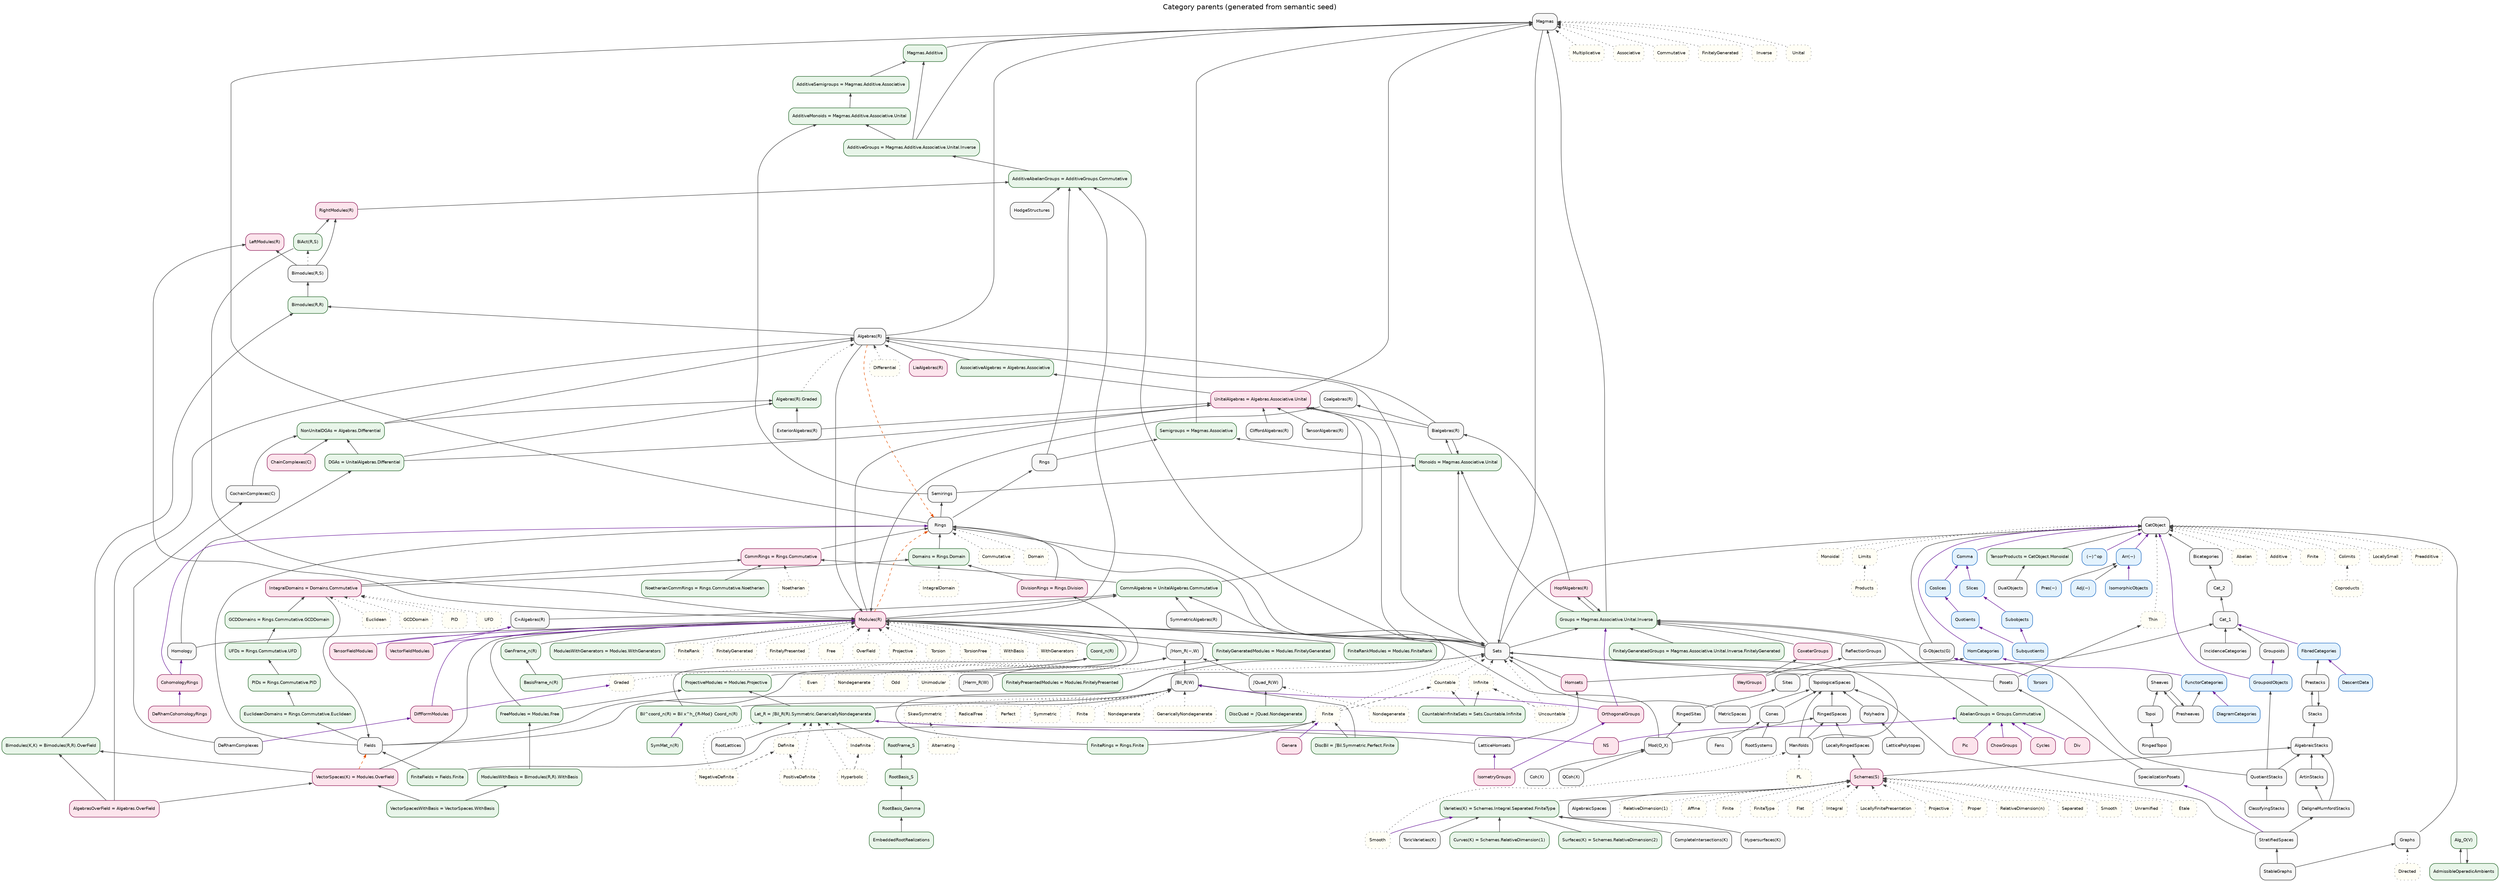
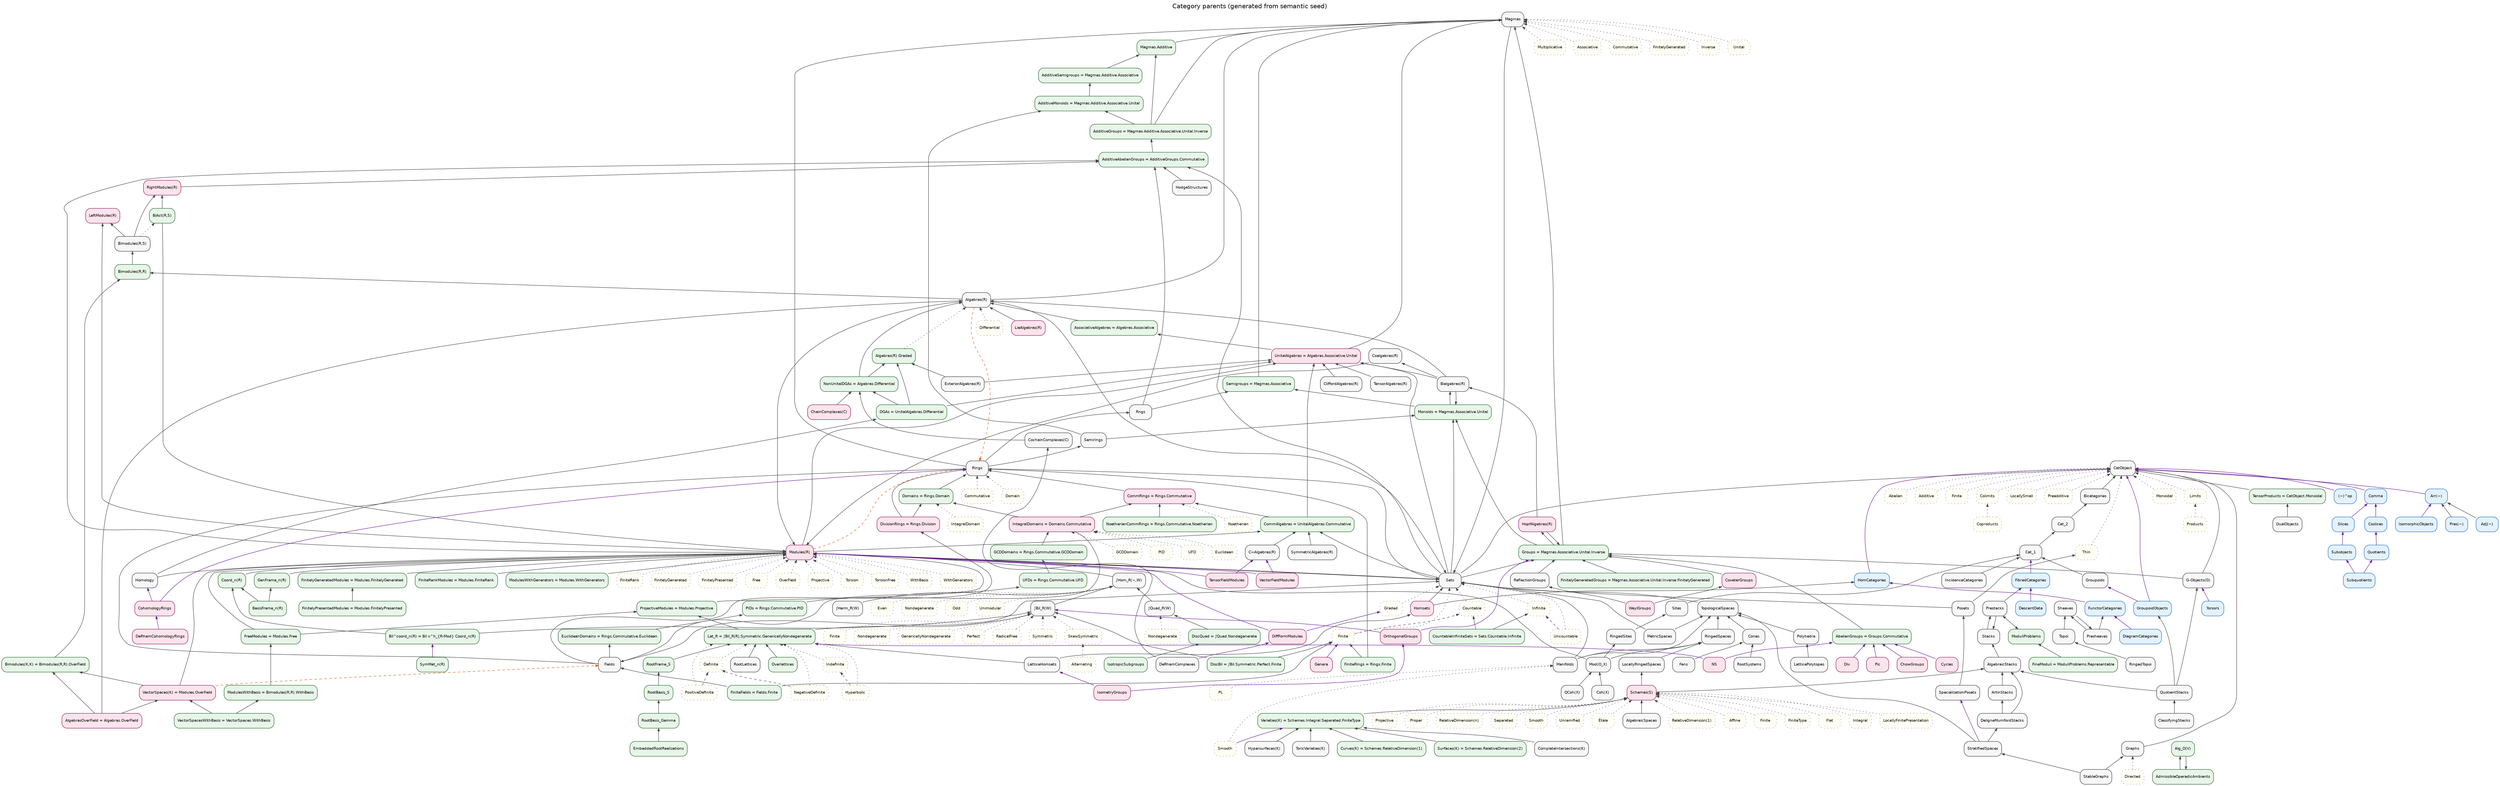
// GENERATED from semantic_seed/ — semantic presentation view.
// Authoritative: design/normalized_category_graph/semantic_seed/
// Factory/viz layout: category_parent_graph.dot (hand; see .hand.dot)

digraph CategoryParents {
  graph [
    rankdir=BT
    labelloc=t
    label="Category parents (generated from semantic seed)"
    fontsize=15
    fontname="Helvetica"
    nodesep=0.28
    ranksep=0.45
    splines=true
  ];
  node [
    shape=box
    style="rounded,filled"
    fontname="Helvetica"
    fontsize=9
    fillcolor="#f7f7f7"
    color="#333333"
  ];
  edge [color="#444444", arrowsize=0.65];

  // --- category_family ---
  AlgebraicSpaces [style="rounded,filled", fillcolor="#f7f7f7", color="#333333", id="cat.algebraicspaces", kind="category_family"];
  AlgebraicStacks [style="rounded,filled", fillcolor="#f7f7f7", color="#333333", id="cat.algebraicstacks", kind="category_family"];
  "Algebras(R)" [style="rounded,filled", fillcolor="#f7f7f7", color="#333333", id="cat.algebras_r", kind="category_family"];
  ArtinStacks [style="rounded,filled", fillcolor="#f7f7f7", color="#333333", id="cat.artinstacks", kind="category_family"];
  "Bialgebras(R)" [style="rounded,filled", fillcolor="#f7f7f7", color="#333333", id="cat.bialgebras_r", kind="category_family"];
  Bicategories [style="rounded,filled", fillcolor="#f7f7f7", color="#333333", id="cat.bicategories", kind="category_family"];
  "Bimodules(R,S)" [style="rounded,filled", fillcolor="#f7f7f7", color="#333333", id="cat.bimodules_r_s", kind="category_family"];
  CatObject [style="rounded,filled", fillcolor="#f7f7f7", color="#333333", id="cat.cat_object", kind="category_family"];
  Cat_1 [style="rounded,filled", fillcolor="#f7f7f7", color="#333333", id="cat.cat_1", kind="category_family"];
  Cat_2 [style="rounded,filled", fillcolor="#f7f7f7", color="#333333", id="cat.cat_2", kind="category_family"];
  "ChainComplexes(C)" [style="rounded,filled", fillcolor="#f7f7f7", color="#333333", id="cat.chaincomplexes", kind="category_family"];
  ClassifyingStacks [style="rounded,filled", fillcolor="#f7f7f7", color="#333333", id="cat.classifyingstacks", kind="category_family"];
  "CliffordAlgebras(R)" [style="rounded,filled", fillcolor="#f7f7f7", color="#333333", id="cat.cliffordalgebras", kind="category_family"];
  "Coalgebras(R)" [style="rounded,filled", fillcolor="#f7f7f7", color="#333333", id="cat.coalgebras_r", kind="category_family"];
  "CochainComplexes(C)" [style="rounded,filled", fillcolor="#f7f7f7", color="#333333", id="cat.cochaincomplexes", kind="category_family"];
  "Coh(X)" [style="rounded,filled", fillcolor="#f7f7f7", color="#333333", id="cat.coh", kind="category_family"];
  "CompleteIntersections(K)" [style="rounded,filled", fillcolor="#f7f7f7", color="#333333", id="cat.completeintersections", kind="category_family"];
  Cones [style="rounded,filled", fillcolor="#f7f7f7", color="#333333", id="cat.cones", kind="category_family"];
  CoxeterGroups [style="rounded,filled", fillcolor="#f7f7f7", color="#333333", id="cat.coxeter_groups", kind="category_family"];
  "C∞Algebras(R)" [style="rounded,filled", fillcolor="#f7f7f7", color="#333333", id="cat.cinftyalgebras", kind="category_family"];
  DeRhamComplexes [style="rounded,filled", fillcolor="#f7f7f7", color="#333333", id="cat.derhamcomplexes", kind="category_family"];
  DeligneMumfordStacks [style="rounded,filled", fillcolor="#f7f7f7", color="#333333", id="cat.delignemumfordstacks", kind="category_family"];
  DualObjects [style="rounded,filled", fillcolor="#f7f7f7", color="#333333", id="cat.dualobjects", kind="category_family"];
  "ExteriorAlgebras(R)" [style="rounded,filled", fillcolor="#f7f7f7", color="#333333", id="cat.exterioralgebras", kind="category_family"];
  Fans [style="rounded,filled", fillcolor="#f7f7f7", color="#333333", id="cat.fans", kind="category_family"];
  Fields [style="rounded,filled", fillcolor="#f7f7f7", color="#333333", id="cat.fields", kind="category_family"];
  "G-Objects(G)" [style="rounded,filled", fillcolor="#f7f7f7", color="#333333", id="cat.g_objects", kind="category_family"];
  Graphs [style="rounded,filled", fillcolor="#f7f7f7", color="#333333", id="cat.graphs", kind="category_family"];
  Groupoids [style="rounded,filled", fillcolor="#f7f7f7", color="#333333", id="cat.groupoids", kind="category_family"];
  HodgeStructures [style="rounded,filled", fillcolor="#f7f7f7", color="#333333", id="cat.hodgestructures", kind="category_family"];
  Homology [style="rounded,filled", fillcolor="#f7f7f7", color="#333333", id="cat.homology", kind="category_family"];
  Homsets [style="rounded,filled", fillcolor="#f7f7f7", color="#333333", id="cat.homsets", kind="category_family"];
  "HopfAlgebras(R)" [style="rounded,filled", fillcolor="#f7f7f7", color="#333333", id="cat.hopf_algebras_r", kind="category_family"];
  "Hypersurfaces(K)" [style="rounded,filled", fillcolor="#f7f7f7", color="#333333", id="cat.hypersurfaces", kind="category_family"];
  IncidenceCategories [style="rounded,filled", fillcolor="#f7f7f7", color="#333333", id="cat.incidencecategories", kind="category_family"];
  LatticeHomsets [style="rounded,filled", fillcolor="#f7f7f7", color="#333333", id="cat.latticehomsets", kind="category_family"];
  LatticePolytopes [style="rounded,filled", fillcolor="#f7f7f7", color="#333333", id="cat.latticepolytopes", kind="category_family"];
  "LieAlgebras(R)" [style="rounded,filled", fillcolor="#f7f7f7", color="#333333", id="cat.lie_algebras_r", kind="category_family"];
  LocallyRingedSpaces [style="rounded,filled", fillcolor="#f7f7f7", color="#333333", id="cat.locallyringedspaces", kind="category_family"];
  Magmas [style="rounded,filled", fillcolor="#f7f7f7", color="#333333", id="cat.magmas", kind="category_family"];
  Manifolds [style="rounded,filled", fillcolor="#f7f7f7", color="#333333", id="cat.manifolds", kind="category_family"];
  MetricSpaces [style="rounded,filled", fillcolor="#f7f7f7", color="#333333", id="cat.metricspaces", kind="category_family"];
  "Mod(O_X)" [style="rounded,filled", fillcolor="#f7f7f7", color="#333333", id="cat.mod", kind="category_family"];
  "Modules(R)" [style="rounded,filled", fillcolor="#f7f7f7", color="#333333", id="cat.modules_r", kind="category_family"];
  Polyhedra [style="rounded,filled", fillcolor="#f7f7f7", color="#333333", id="cat.polyhedra", kind="category_family"];
  Posets [style="rounded,filled", fillcolor="#f7f7f7", color="#333333", id="cat.posets", kind="category_family"];
  Presheaves [style="rounded,filled", fillcolor="#f7f7f7", color="#333333", id="cat.presheaves", kind="category_family"];
  Prestacks [style="rounded,filled", fillcolor="#f7f7f7", color="#333333", id="cat.prestacks", kind="category_family"];
  "QCoh(X)" [style="rounded,filled", fillcolor="#f7f7f7", color="#333333", id="cat.qcoh", kind="category_family"];
  QuotientStacks [style="rounded,filled", fillcolor="#f7f7f7", color="#333333", id="cat.quotientstacks", kind="category_family"];
  ReflectionGroups [style="rounded,filled", fillcolor="#f7f7f7", color="#333333", id="cat.reflectiongroups", kind="category_family"];
  RingedSites [style="rounded,filled", fillcolor="#f7f7f7", color="#333333", id="cat.ringedsites", kind="category_family"];
  RingedSpaces [style="rounded,filled", fillcolor="#f7f7f7", color="#333333", id="cat.ringedspaces", kind="category_family"];
  RingedTopoi [style="rounded,filled", fillcolor="#f7f7f7", color="#333333", id="cat.ringedtopoi", kind="category_family"];
  Rings [style="rounded,filled", fillcolor="#f7f7f7", color="#333333", id="cat.rings", kind="category_family"];
  Rngs [style="rounded,filled", fillcolor="#f7f7f7", color="#333333", id="cat.rngs", kind="category_family"];
  RootLattices [style="rounded,filled", fillcolor="#f7f7f7", color="#333333", id="cat.rootlattices", kind="category_family"];
  RootSystems [style="rounded,filled", fillcolor="#f7f7f7", color="#333333", id="cat.rootsystems", kind="category_family"];
  "Schemes(S)" [style="rounded,filled", fillcolor="#f7f7f7", color="#333333", id="cat.schemes_s", kind="category_family"];
  Semirings [style="rounded,filled", fillcolor="#f7f7f7", color="#333333", id="cat.semirings", kind="category_family"];
  Sets [style="rounded,filled", fillcolor="#f7f7f7", color="#333333", id="cat.sets", kind="category_family"];
  Sheaves [style="rounded,filled", fillcolor="#f7f7f7", color="#333333", id="cat.sheaves", kind="category_family"];
  Sites [style="rounded,filled", fillcolor="#f7f7f7", color="#333333", id="cat.sites", kind="category_family"];
  SpecializationPosets [style="rounded,filled", fillcolor="#f7f7f7", color="#333333", id="cat.specializationposets", kind="category_family"];
  StableGraphs [style="rounded,filled", fillcolor="#f7f7f7", color="#333333", id="cat.stablegraphs", kind="category_family"];
  Stacks [style="rounded,filled", fillcolor="#f7f7f7", color="#333333", id="cat.stacks", kind="category_family"];
  StratifiedSpaces [style="rounded,filled", fillcolor="#f7f7f7", color="#333333", id="cat.stratifiedspaces", kind="category_family"];
  "SymmetricAlgebras(R)" [style="rounded,filled", fillcolor="#f7f7f7", color="#333333", id="cat.symmetricalgebras", kind="category_family"];
  "TensorAlgebras(R)" [style="rounded,filled", fillcolor="#f7f7f7", color="#333333", id="cat.tensoralgebras", kind="category_family"];
  Topoi [style="rounded,filled", fillcolor="#f7f7f7", color="#333333", id="cat.topoi", kind="category_family"];
  TopologicalSpaces [style="rounded,filled", fillcolor="#f7f7f7", color="#333333", id="cat.topologicalspaces", kind="category_family"];
  "ToricVarieties(K)" [style="rounded,filled", fillcolor="#f7f7f7", color="#333333", id="cat.toricvarieties", kind="category_family"];
  WeylGroups [style="rounded,filled", fillcolor="#f7f7f7", color="#333333", id="cat.weyl_groups", kind="category_family"];
  "∫Bil_R(W)" [style="rounded,filled", fillcolor="#f7f7f7", color="#333333", id="cat.int_bil_r", kind="category_family"];
  "∫Herm_R(W)" [style="rounded,filled", fillcolor="#f7f7f7", color="#333333", id="cat.int_herm_r", kind="category_family"];
  "∫Hom_R(−,W)" [style="rounded,filled", fillcolor="#f7f7f7", color="#333333", id="cat.int_hom_r", kind="category_family"];
  "∫Quad_R(W)" [style="rounded,filled", fillcolor="#f7f7f7", color="#333333", id="cat.int_quad_r", kind="category_family"];

  // --- derived_category ---
  "AbelianGroups = Groups.Commutative" [style="rounded,filled", fillcolor="#e8f5e9", color="#1b5e20", id="cat.abelian_groups", kind="derived_category"];
  "AdditiveAbelianGroups = AdditiveGroups.Commutative" [style="rounded,filled", fillcolor="#e8f5e9", color="#1b5e20", id="cat.additive_abelian_groups", kind="derived_category"];
  "AdditiveGroups = Magmas.Additive.Associative.Unital.Inverse" [style="rounded,filled", fillcolor="#e8f5e9", color="#1b5e20", id="cat.additive_groups", kind="derived_category"];
  "AdditiveMonoids = Magmas.Additive.Associative.Unital" [style="rounded,filled", fillcolor="#e8f5e9", color="#1b5e20", id="cat.additive_monoids", kind="derived_category"];
  "AdditiveSemigroups = Magmas.Additive.Associative" [style="rounded,filled", fillcolor="#e8f5e9", color="#1b5e20", id="cat.additive_semigroups", kind="derived_category"];
  AdmissibleOperadicAmbients [style="rounded,filled", fillcolor="#e8f5e9", color="#1b5e20", id="cat.admissible_operadic_ambient", kind="derived_category"];
  "Alg_O(V)" [style="rounded,filled", fillcolor="#e8f5e9", color="#1b5e20", id="cat.alg_o_v", kind="derived_category"];
  "Algebras(R).Graded" [style="rounded,filled", fillcolor="#e8f5e9", color="#1b5e20", id="cat.algebras_r.graded", kind="derived_category"];
  "AlgebrasOverField = Algebras.OverField" [style="rounded,filled", fillcolor="#e8f5e9", color="#1b5e20", id="cat.algebras_over_field", kind="derived_category"];
  "AssociativeAlgebras = Algebras.Associative" [style="rounded,filled", fillcolor="#e8f5e9", color="#1b5e20", id="cat.associativealgebras", kind="derived_category"];
  "BasisFrame_n(R)" [style="rounded,filled", fillcolor="#e8f5e9", color="#1b5e20", id="cat.basisframe_n_r", kind="derived_category"];
  "BiAct(R,S)" [style="rounded,filled", fillcolor="#e8f5e9", color="#1b5e20", id="cat.biact_r_s", kind="derived_category"];
  "Bil^coord_n(R) = Bil x^h_{R-Mod} Coord_n(R)" [style="rounded,filled", fillcolor="#e8f5e9", color="#1b5e20", id="cat.bil_coord_n_r", kind="derived_category"];
  "Bimodules(K,K) = Bimodules(R,R).OverField" [style="rounded,filled", fillcolor="#e8f5e9", color="#1b5e20", id="cat.bimodules_k_k", kind="derived_category"];
  "Bimodules(R,R)" [style="rounded,filled", fillcolor="#e8f5e9", color="#1b5e20", id="cat.bimodules_r_r", kind="derived_category"];
  "CommAlgebras = UnitalAlgebras.Commutative" [style="rounded,filled", fillcolor="#e8f5e9", color="#1b5e20", id="cat.commutative_algebras", kind="derived_category"];
  "CommRings = Rings.Commutative" [style="rounded,filled", fillcolor="#e8f5e9", color="#1b5e20", id="cat.commutative_rings", kind="derived_category"];
  "Coord_n(R)" [style="rounded,filled", fillcolor="#e8f5e9", color="#1b5e20", id="cat.coord_n_r", kind="derived_category"];
  "CountableInfiniteSets = Sets.Countable.Infinite" [style="rounded,filled", fillcolor="#e8f5e9", color="#1b5e20", id="cat.countableinfinitesets", kind="derived_category"];
  "Curves(K) = Schemes.RelativeDimension(1)" [style="rounded,filled", fillcolor="#e8f5e9", color="#1b5e20", id="cat.curves", kind="derived_category"];
  "DGAs = UnitalAlgebras.Differential" [style="rounded,filled", fillcolor="#e8f5e9", color="#1b5e20", id="cat.dgas", kind="derived_category"];
  "DiscBil = ∫Bil.Symmetric.Perfect.Finite" [style="rounded,filled", fillcolor="#e8f5e9", color="#1b5e20", id="cat.discbil", kind="derived_category"];
  "DiscQuad = ∫Quad.Nondegenerate" [style="rounded,filled", fillcolor="#e8f5e9", color="#1b5e20", id="cat.discquad", kind="derived_category"];
  "DivisionRings = Rings.Division" [style="rounded,filled", fillcolor="#e8f5e9", color="#1b5e20", id="cat.division_rings", kind="derived_category"];
  "Domains = Rings.Domain" [style="rounded,filled", fillcolor="#e8f5e9", color="#1b5e20", id="cat.domains", kind="derived_category"];
  EmbeddedRootRealizations [style="rounded,filled", fillcolor="#e8f5e9", color="#1b5e20", id="cat.embeddedrootrealization", kind="derived_category"];
  "EuclideanDomains = Rings.Commutative.Euclidean" [style="rounded,filled", fillcolor="#e8f5e9", color="#1b5e20", id="cat.euclidean_domains", kind="derived_category"];
+   "FineModuli = ModuliProblems.Representable" [style="rounded,filled", fillcolor="#e8f5e9", color="#1b5e20", id="cat.fine_moduli", kind="derived_category"];
  "FiniteFields = Fields.Finite" [style="rounded,filled", fillcolor="#e8f5e9", color="#1b5e20", id="cat.finite_fields", kind="derived_category"];
  "FiniteRankModules = Modules.FiniteRank" [style="rounded,filled", fillcolor="#e8f5e9", color="#1b5e20", id="cat.finiterankmodules", kind="derived_category"];
  "FiniteRings = Rings.Finite" [style="rounded,filled", fillcolor="#e8f5e9", color="#1b5e20", id="cat.finite_rings", kind="derived_category"];
  "FinitelyGeneratedGroups = Magmas.Associative.Unital.Inverse.FinitelyGenerated" [style="rounded,filled", fillcolor="#e8f5e9", color="#1b5e20", id="cat.finitelygeneratedgroups", kind="derived_category"];
  "FinitelyGeneratedModules = Modules.FinitelyGenerated" [style="rounded,filled", fillcolor="#e8f5e9", color="#1b5e20", id="cat.finitelygeneratedmodules", kind="derived_category"];
  "FinitelyPresentedModules = Modules.FinitelyPresented" [style="rounded,filled", fillcolor="#e8f5e9", color="#1b5e20", id="cat.finitelypresentedmodules", kind="derived_category"];
  "FreeModules = Modules.Free" [style="rounded,filled", fillcolor="#e8f5e9", color="#1b5e20", id="cat.freemodules", kind="derived_category"];
  "GCDDomains = Rings.Commutative.GCDDomain" [style="rounded,filled", fillcolor="#e8f5e9", color="#1b5e20", id="cat.gcd_domains", kind="derived_category"];
  "GenFrame_n(R)" [style="rounded,filled", fillcolor="#e8f5e9", color="#1b5e20", id="cat.genframe_n_r", kind="derived_category"];
  "Groups = Magmas.Associative.Unital.Inverse" [style="rounded,filled", fillcolor="#e8f5e9", color="#1b5e20", id="cat.groups", kind="derived_category"];
  "IntegralDomains = Domains.Commutative" [style="rounded,filled", fillcolor="#e8f5e9", color="#1b5e20", id="cat.integral_domains", kind="derived_category"];
+   IsotropicSubgroups [style="rounded,filled", fillcolor="#e8f5e9", color="#1b5e20", id="cat.isotropic_subgroups", kind="derived_category"];
  "Lat_R = ∫Bil_R(R).Symmetric.GenericallyNondegenerate" [style="rounded,filled", fillcolor="#e8f5e9", color="#1b5e20", id="cat.lat_r", kind="derived_category"];
  "Magmas.Additive" [style="rounded,filled", fillcolor="#e8f5e9", color="#1b5e20", id="cat.additive_magmas", kind="derived_category"];
  "ModulesWithBasis = Bimodules(R,R).WithBasis" [style="rounded,filled", fillcolor="#e8f5e9", color="#1b5e20", id="cat.modules_with_basis", kind="derived_category"];
  "ModulesWithGenerators = Modules.WithGenerators" [style="rounded,filled", fillcolor="#e8f5e9", color="#1b5e20", id="cat.moduleswithgenerators", kind="derived_category"];
+   ModuliProblems [style="rounded,filled", fillcolor="#e8f5e9", color="#1b5e20", id="cat.moduli_problems", kind="derived_category"];
  "Monoids = Magmas.Associative.Unital" [style="rounded,filled", fillcolor="#e8f5e9", color="#1b5e20", id="cat.monoids", kind="derived_category"];
  "NoetherianCommRings = Rings.Commutative.Noetherian" [style="rounded,filled", fillcolor="#e8f5e9", color="#1b5e20", id="cat.noetheriancommrings", kind="derived_category"];
  "NonUnitalDGAs = Algebras.Differential" [style="rounded,filled", fillcolor="#e8f5e9", color="#1b5e20", id="cat.nonunitaldgas", kind="derived_category"];
+   Overlattices [style="rounded,filled", fillcolor="#e8f5e9", color="#1b5e20", id="cat.overlattices_l", kind="derived_category"];
  "PIDs = Rings.Commutative.PID" [style="rounded,filled", fillcolor="#e8f5e9", color="#1b5e20", id="cat.pids", kind="derived_category"];
  "ProjectiveModules = Modules.Projective" [style="rounded,filled", fillcolor="#e8f5e9", color="#1b5e20", id="cat.projectivemodules", kind="derived_category"];
  "RightModules(R)" [style="rounded,filled", fillcolor="#e8f5e9", color="#1b5e20", id="cat.right_modules_r", kind="derived_category"];
  RootBasis_Gamma [style="rounded,filled", fillcolor="#e8f5e9", color="#1b5e20", id="cat.rootbasis_gamma", kind="derived_category"];
  RootBasis_S [style="rounded,filled", fillcolor="#e8f5e9", color="#1b5e20", id="cat.rootbasis_s", kind="derived_category"];
  RootFrame_S [style="rounded,filled", fillcolor="#e8f5e9", color="#1b5e20", id="cat.rootframe_s", kind="derived_category"];
  "Semigroups = Magmas.Associative" [style="rounded,filled", fillcolor="#e8f5e9", color="#1b5e20", id="cat.semigroups", kind="derived_category"];
  "Surfaces(K) = Schemes.RelativeDimension(2)" [style="rounded,filled", fillcolor="#e8f5e9", color="#1b5e20", id="cat.surfaces", kind="derived_category"];
  "SymMat_n(R)" [style="rounded,filled", fillcolor="#e8f5e9", color="#1b5e20", id="cat.symmat_n_r", kind="derived_category"];
  "TensorProducts = CatObject.Monoidal" [style="rounded,filled", fillcolor="#e8f5e9", color="#1b5e20", id="cat.tensorproducts", kind="derived_category"];
  "UFDs = Rings.Commutative.UFD" [style="rounded,filled", fillcolor="#e8f5e9", color="#1b5e20", id="cat.ufds", kind="derived_category"];
  "UnitalAlgebras = Algebras.Associative.Unital" [style="rounded,filled", fillcolor="#e8f5e9", color="#1b5e20", id="cat.unital_algebras", kind="derived_category"];
  "Varieties(K) = Schemes.Integral.Separated.FiniteType" [style="rounded,filled", fillcolor="#e8f5e9", color="#1b5e20", id="cat.varieties", kind="derived_category"];
  "VectorSpaces(K) = Modules.OverField" [style="rounded,filled", fillcolor="#e8f5e9", color="#1b5e20", id="cat.vector_spaces_k", kind="derived_category"];
  "VectorSpacesWithBasis = VectorSpaces.WithBasis" [style="rounded,filled", fillcolor="#e8f5e9", color="#1b5e20", id="cat.vectorspaceswithbasis", kind="derived_category"];

  // --- category_constructor ---
  "(−)^op" [style="rounded,filled", fillcolor="#e3f2fd", color="#1565c0", id="ctor.op", kind="category_constructor"];
  "Adj(−)" [style="rounded,filled", fillcolor="#e3f2fd", color="#1565c0", id="ctor.adj", kind="category_constructor"];
  "Arr(−)" [style="rounded,filled", fillcolor="#e3f2fd", color="#1565c0", id="ctor.arr", kind="category_constructor"];
  Comma [style="rounded,filled", fillcolor="#e3f2fd", color="#1565c0", id="ctor.comma", kind="category_constructor"];
  Coslices [style="rounded,filled", fillcolor="#e3f2fd", color="#1565c0", id="ctor.coslices", kind="category_constructor"];
  DescentData [style="rounded,filled", fillcolor="#e3f2fd", color="#1565c0", id="ctor.descentdata", kind="category_constructor"];
  DiagramCategories [style="rounded,filled", fillcolor="#e3f2fd", color="#1565c0", id="ctor.diagramcategories", kind="category_constructor"];
  FibredCategories [style="rounded,filled", fillcolor="#e3f2fd", color="#1565c0", id="ctor.fibredcategories", kind="category_constructor"];
  FunctorCategories [style="rounded,filled", fillcolor="#e3f2fd", color="#1565c0", id="ctor.functorcategories", kind="category_constructor"];
  GroupoidObjects [style="rounded,filled", fillcolor="#e3f2fd", color="#1565c0", id="ctor.groupoidobjects", kind="category_constructor"];
  HomCategories [style="rounded,filled", fillcolor="#e3f2fd", color="#1565c0", id="ctor.homcategories", kind="category_constructor"];
  IsomorphicObjects [style="rounded,filled", fillcolor="#e3f2fd", color="#1565c0", id="ctor.isomorphicobjects", kind="category_constructor"];
  "Pres(−)" [style="rounded,filled", fillcolor="#e3f2fd", color="#1565c0", id="ctor.pres", kind="category_constructor"];
  Quotients [style="rounded,filled", fillcolor="#e3f2fd", color="#1565c0", id="ctor.quotients", kind="category_constructor"];
  Slices [style="rounded,filled", fillcolor="#e3f2fd", color="#1565c0", id="ctor.slices", kind="category_constructor"];
  Subobjects [style="rounded,filled", fillcolor="#e3f2fd", color="#1565c0", id="ctor.subobjects", kind="category_constructor"];
  Subquotients [style="rounded,filled", fillcolor="#e3f2fd", color="#1565c0", id="ctor.subquotients", kind="category_constructor"];
  Torsors [style="rounded,filled", fillcolor="#e3f2fd", color="#1565c0", id="ctor.torsors", kind="category_constructor"];

  // --- classifier_domain ---
  "CatObject.Abelian" [style="rounded,filled,dotted", fillcolor="#fffef5", color="#888888", id="clf.catobject_abelian", kind="classifier_domain", label="Abelian"];
  "CatObject.Additive" [style="rounded,filled,dotted", fillcolor="#fffef5", color="#888888", id="clf.catobject_additive", kind="classifier_domain", label="Additive"];
  "CatObject.Colimits" [style="rounded,filled,dotted", fillcolor="#fffef5", color="#888888", id="clf.catobject_colimits", kind="classifier_domain", label="Colimits"];
  "CatObject.Coproducts" [style="rounded,filled,dotted", fillcolor="#fffef5", color="#888888", id="clf.catobject_coproducts", kind="classifier_domain", label="Coproducts"];
  "CatObject.Finite" [style="rounded,filled,dotted", fillcolor="#fffef5", color="#888888", id="clf.catobject_finite", kind="classifier_domain", label="Finite"];
  "CatObject.Limits" [style="rounded,filled,dotted", fillcolor="#fffef5", color="#888888", id="clf.catobject_limits", kind="classifier_domain", label="Limits"];
  "CatObject.LocallySmall" [style="rounded,filled,dotted", fillcolor="#fffef5", color="#888888", id="clf.catobject_locallysmall", kind="classifier_domain", label="LocallySmall"];
  "CatObject.Preadditive" [style="rounded,filled,dotted", fillcolor="#fffef5", color="#888888", id="clf.catobject_preadditive", kind="classifier_domain", label="Preadditive"];
  "CatObject.Products" [style="rounded,filled,dotted", fillcolor="#fffef5", color="#888888", id="clf.catobject_products", kind="classifier_domain", label="Products"];
  "CatObject.Thin" [style="rounded,filled,dotted", fillcolor="#fffef5", color="#888888", id="clf.catobject_thin", kind="classifier_domain", label="Thin"];
  "Graphs.Directed" [style="rounded,filled,dotted", fillcolor="#fffef5", color="#888888", id="clf.graphs_directed", kind="classifier_domain", label="Directed"];
  "Lat.Definite" [style="rounded,filled,dotted", fillcolor="#fffef5", color="#888888", id="clf.lat_definite", kind="classifier_domain", label="Definite"];
  "Lat.Hyperbolic" [style="rounded,filled,dotted", fillcolor="#fffef5", color="#888888", id="clf.lat_hyperbolic", kind="classifier_domain", label="Hyperbolic"];
  "Lat.Indefinite" [style="rounded,filled,dotted", fillcolor="#fffef5", color="#888888", id="clf.lat_indefinite", kind="classifier_domain", label="Indefinite"];
  "Lat.NegativeDefinite" [style="rounded,filled,dotted", fillcolor="#fffef5", color="#888888", id="clf.lat_negativedefinite", kind="classifier_domain", label="NegativeDefinite"];
  "Lat.PositiveDefinite" [style="rounded,filled,dotted", fillcolor="#fffef5", color="#888888", id="clf.lat_positivedefinite", kind="classifier_domain", label="PositiveDefinite"];
  "Magmas.Multiplicative" [style="rounded,filled,dotted", fillcolor="#fffef5", color="#888888", id="clf.magmas_multiplicative", kind="classifier_domain", label="Multiplicative"];
  "Manifolds.PL" [style="rounded,filled,dotted", fillcolor="#fffef5", color="#888888", id="clf.manifolds_pl", kind="classifier_domain", label="PL"];
  "Manifolds.Smooth" [style="rounded,filled,dotted", fillcolor="#fffef5", color="#888888", id="clf.manifolds_smooth", kind="classifier_domain", label="Smooth"];
  "Modules.FiniteRank" [style="rounded,filled,dotted", fillcolor="#fffef5", color="#888888", id="clf.modules_finiterank", kind="classifier_domain", label="FiniteRank"];
  "Modules.FinitelyGenerated" [style="rounded,filled,dotted", fillcolor="#fffef5", color="#888888", id="clf.modules_finitelygenerated", kind="classifier_domain", label="FinitelyGenerated"];
  "Modules.FinitelyPresented" [style="rounded,filled,dotted", fillcolor="#fffef5", color="#888888", id="clf.modules_finitelypresented", kind="classifier_domain", label="FinitelyPresented"];
  "Modules.Free" [style="rounded,filled,dotted", fillcolor="#fffef5", color="#888888", id="clf.modules_free", kind="classifier_domain", label="Free"];
  "Modules.OverField" [style="rounded,filled,dotted", fillcolor="#fffef5", color="#888888", id="clf.modules.over_field.domain", kind="classifier_domain", label="OverField"];
  "Modules.Projective" [style="rounded,filled,dotted", fillcolor="#fffef5", color="#888888", id="clf.modules_projective", kind="classifier_domain", label="Projective"];
  "Modules.Torsion" [style="rounded,filled,dotted", fillcolor="#fffef5", color="#888888", id="clf.modules_torsion", kind="classifier_domain", label="Torsion"];
  "Modules.TorsionFree" [style="rounded,filled,dotted", fillcolor="#fffef5", color="#888888", id="clf.modules_torsionfree", kind="classifier_domain", label="TorsionFree"];
  "Modules.WithBasis" [style="rounded,filled,dotted", fillcolor="#fffef5", color="#888888", id="clf.modules.with_basis.domain", kind="classifier_domain", label="WithBasis"];
  "Modules.WithGenerators" [style="rounded,filled,dotted", fillcolor="#fffef5", color="#888888", id="clf.modules_withgenerators", kind="classifier_domain", label="WithGenerators"];
  "Rings.Commutative" [style="rounded,filled,dotted", fillcolor="#fffef5", color="#888888", id="clf.rings.commutative.domain", kind="classifier_domain", label="Commutative"];
  "Schemes(S).RelativeDimension(1)" [style="rounded,filled,dotted", fillcolor="#fffef5", color="#888888", id="clf.schemes_s.relativedimension.domain", kind="classifier_domain", label="RelativeDimension(1)"];
  "Schemes.Affine" [style="rounded,filled,dotted", fillcolor="#fffef5", color="#888888", id="clf.schemes_affine", kind="classifier_domain", label="Affine"];
  "Schemes.Finite" [style="rounded,filled,dotted", fillcolor="#fffef5", color="#888888", id="clf.schemes_finite", kind="classifier_domain", label="Finite"];
  "Schemes.FiniteType" [style="rounded,filled,dotted", fillcolor="#fffef5", color="#888888", id="clf.schemes_finitetype", kind="classifier_domain", label="FiniteType"];
  "Schemes.Flat" [style="rounded,filled,dotted", fillcolor="#fffef5", color="#888888", id="clf.schemes_flat", kind="classifier_domain", label="Flat"];
  "Schemes.Integral" [style="rounded,filled,dotted", fillcolor="#fffef5", color="#888888", id="clf.schemes_integral", kind="classifier_domain", label="Integral"];
  "Schemes.LocallyFinitePresentation" [style="rounded,filled,dotted", fillcolor="#fffef5", color="#888888", id="clf.schemes_locallyfinitepresentation", kind="classifier_domain", label="LocallyFinitePresentation"];
  "Schemes.Projective" [style="rounded,filled,dotted", fillcolor="#fffef5", color="#888888", id="clf.schemes_projective", kind="classifier_domain", label="Projective"];
  "Schemes.Proper" [style="rounded,filled,dotted", fillcolor="#fffef5", color="#888888", id="clf.schemes_proper", kind="classifier_domain", label="Proper"];
  "Schemes.RelativeDimension(n)" [style="rounded,filled,dotted", fillcolor="#fffef5", color="#888888", id="clf.schemes_relativedimension", kind="classifier_domain", label="RelativeDimension(n)"];
  "Schemes.Separated" [style="rounded,filled,dotted", fillcolor="#fffef5", color="#888888", id="clf.schemes_separated", kind="classifier_domain", label="Separated"];
  "Schemes.Smooth" [style="rounded,filled,dotted", fillcolor="#fffef5", color="#888888", id="clf.schemes_smooth", kind="classifier_domain", label="Smooth"];
  "Schemes.Unramified" [style="rounded,filled,dotted", fillcolor="#fffef5", color="#888888", id="clf.schemes_unramified", kind="classifier_domain", label="Unramified"];
  "Schemes.Étale" [style="rounded,filled,dotted", fillcolor="#fffef5", color="#888888", id="clf.schemes_etale", kind="classifier_domain", label="Étale"];
  "Sets.Countable" [style="rounded,filled,dotted", fillcolor="#fffef5", color="#888888", id="clf.sets_countable", kind="classifier_domain", label="Countable"];
  "Sets.Finite" [style="rounded,filled,dotted", fillcolor="#fffef5", color="#888888", id="clf.sets.finite.domain", kind="classifier_domain", label="Finite"];
  "Sets.Graded" [style="rounded,filled,dotted", fillcolor="#fffef5", color="#888888", id="clf.sets.graded.domain", kind="classifier_domain", label="Graded"];
  "Sets.Infinite" [style="rounded,filled,dotted", fillcolor="#fffef5", color="#888888", id="clf.sets_infinite", kind="classifier_domain", label="Infinite"];
  "Sets.Uncountable" [style="rounded,filled,dotted", fillcolor="#fffef5", color="#888888", id="clf.sets_uncountable", kind="classifier_domain", label="Uncountable"];
  "ax.Associative" [style="rounded,filled,dotted", fillcolor="#fffef5", color="#888888", id="clf.ax_associative", kind="classifier_domain", label="Associative"];
  "ax.Commutative" [style="rounded,filled,dotted", fillcolor="#fffef5", color="#888888", id="clf.ax_commutative", kind="classifier_domain", label="Commutative"];
  "ax.Differential" [style="rounded,filled,dotted", fillcolor="#fffef5", color="#888888", id="clf.ax_differential", kind="classifier_domain", label="Differential"];
  "ax.Domain" [style="rounded,filled,dotted", fillcolor="#fffef5", color="#888888", id="clf.ax_domain", kind="classifier_domain", label="Domain"];
  "ax.Euclidean" [style="rounded,filled,dotted", fillcolor="#fffef5", color="#888888", id="clf.ax_euclidean", kind="classifier_domain", label="Euclidean"];
  "ax.FinitelyGenerated" [style="rounded,filled,dotted", fillcolor="#fffef5", color="#888888", id="clf.ax_finitelygenerated", kind="classifier_domain", label="FinitelyGenerated"];
  "ax.GCDDomain" [style="rounded,filled,dotted", fillcolor="#fffef5", color="#888888", id="clf.ax_gcddomain", kind="classifier_domain", label="GCDDomain"];
  "ax.IntegralDomain" [style="rounded,filled,dotted", fillcolor="#fffef5", color="#888888", id="clf.ax_integraldomain", kind="classifier_domain", label="IntegralDomain"];
  "ax.Inverse" [style="rounded,filled,dotted", fillcolor="#fffef5", color="#888888", id="clf.ax_inverse", kind="classifier_domain", label="Inverse"];
  "ax.Monoidal" [style="rounded,filled,dotted", fillcolor="#fffef5", color="#888888", id="clf.ax_monoidal", kind="classifier_domain", label="Monoidal"];
  "ax.Noetherian" [style="rounded,filled,dotted", fillcolor="#fffef5", color="#888888", id="clf.ax_noetherian", kind="classifier_domain", label="Noetherian"];
  "ax.PID" [style="rounded,filled,dotted", fillcolor="#fffef5", color="#888888", id="clf.ax_pid", kind="classifier_domain", label="PID"];
  "ax.UFD" [style="rounded,filled,dotted", fillcolor="#fffef5", color="#888888", id="clf.ax_ufd", kind="classifier_domain", label="UFD"];
  "ax.Unital" [style="rounded,filled,dotted", fillcolor="#fffef5", color="#888888", id="clf.ax_unital", kind="classifier_domain", label="Unital"];
  "∫Bil.Alternating" [style="rounded,filled,dotted", fillcolor="#fffef5", color="#888888", id="clf.int_bil_alternating", kind="classifier_domain", label="Alternating"];
  "∫Bil.GenericallyNondegenerate" [style="rounded,filled,dotted", fillcolor="#fffef5", color="#888888", id="clf.int_bil_r.generically_nondegenerate.domain", kind="classifier_domain", label="GenericallyNondegenerate"];
  "∫Bil.Perfect" [style="rounded,filled,dotted", fillcolor="#fffef5", color="#888888", id="clf.int_bil_r.perfect.domain", kind="classifier_domain", label="Perfect"];
  "∫Bil.RadicalFree" [style="rounded,filled,dotted", fillcolor="#fffef5", color="#888888", id="clf.int_bil_r.radical_free.domain", kind="classifier_domain", label="RadicalFree"];
  "∫Bil.SkewSymmetric" [style="rounded,filled,dotted", fillcolor="#fffef5", color="#888888", id="clf.int_bil_skewsymmetric", kind="classifier_domain", label="SkewSymmetric"];
  "∫Bil.Symmetric" [style="rounded,filled,dotted", fillcolor="#fffef5", color="#888888", id="clf.int_bil_symmetric", kind="classifier_domain", label="Symmetric"];
  "∫Bil_R(W).Finite" [style="rounded,filled,dotted", fillcolor="#fffef5", color="#888888", id="clf.int_bil_r.finite.domain", kind="classifier_domain", label="Finite"];
  "∫Bil_R(W).Nondegenerate" [style="rounded,filled,dotted", fillcolor="#fffef5", color="#888888", id="clf.int_bil_r.nondegenerate.domain", kind="classifier_domain", label="Nondegenerate"];
  "∫Hom.Even" [style="rounded,filled,dotted", fillcolor="#fffef5", color="#888888", id="clf.int_hom_even", kind="classifier_domain", label="Even"];
  "∫Hom.Nondegenerate" [style="rounded,filled,dotted", fillcolor="#fffef5", color="#888888", id="clf.int_hom_nondegenerate", kind="classifier_domain", label="Nondegenerate"];
  "∫Hom.Odd" [style="rounded,filled,dotted", fillcolor="#fffef5", color="#888888", id="clf.int_hom_odd", kind="classifier_domain", label="Odd"];
  "∫Hom.Unimodular" [style="rounded,filled,dotted", fillcolor="#fffef5", color="#888888", id="clf.int_hom_unimodular", kind="classifier_domain", label="Unimodular"];
  "∫Quad_R(W).Nondegenerate" [style="rounded,filled,dotted", fillcolor="#fffef5", color="#888888", id="clf.int_quad_r.nondegenerate.domain", kind="classifier_domain", label="Nondegenerate"];

  // --- alias ---
  "AlgebrasOverField = Algebras.OverField" [style="rounded,filled", fillcolor="#fce4ec", color="#880e4f", id="cat.associativeunitalalgebras_k", kind="alias"];
  "ChainComplexes(C)" [style="rounded,filled", fillcolor="#fce4ec", color="#880e4f", id="cat.chaincomplexes_c", kind="alias"];
  ChowGroups [style="rounded,filled", fillcolor="#fce4ec", color="#880e4f", id="val.chowgroups", kind="alias"];
  CohomologyRings [style="rounded,filled", fillcolor="#fce4ec", color="#880e4f", id="val.cohomologyrings", kind="alias"];
  "CommRings = Rings.Commutative" [style="rounded,filled", fillcolor="#fce4ec", color="#880e4f", id="cat.commutativerings", kind="alias"];
  CoxeterGroups [style="rounded,filled", fillcolor="#fce4ec", color="#880e4f", id="cat.coxetergroups", kind="alias"];
  Cycles [style="rounded,filled", fillcolor="#fce4ec", color="#880e4f", id="val.cycles", kind="alias"];
  DeRhamCohomologyRings [style="rounded,filled", fillcolor="#fce4ec", color="#880e4f", id="val.derhamcohomologyrings", kind="alias"];
  DiffFormModules [style="rounded,filled", fillcolor="#fce4ec", color="#880e4f", id="val.diffformmodules", kind="alias"];
  Div [style="rounded,filled", fillcolor="#fce4ec", color="#880e4f", id="val.div", kind="alias"];
  "DivisionRings = Rings.Division" [style="rounded,filled", fillcolor="#fce4ec", color="#880e4f", id="cat.divisionrings", kind="alias"];
  Genera [style="rounded,filled", fillcolor="#fce4ec", color="#880e4f", id="val.genera", kind="alias"];
  Homsets [style="rounded,filled", fillcolor="#fce4ec", color="#880e4f", id="cat.homsets_c", kind="alias"];
  "HopfAlgebras(R)" [style="rounded,filled", fillcolor="#fce4ec", color="#880e4f", id="cat.hopfalgebras_r", kind="alias"];
  "IntegralDomains = Domains.Commutative" [style="rounded,filled", fillcolor="#fce4ec", color="#880e4f", id="cat.integraldomains", kind="alias"];
  IsometryGroups [style="rounded,filled", fillcolor="#fce4ec", color="#880e4f", id="val.isometrygroups", kind="alias"];
  "LeftModules(R)" [style="rounded,filled", fillcolor="#fce4ec", color="#880e4f", id="cat.left_modules_r", kind="alias"];
  "LieAlgebras(R)" [style="rounded,filled", fillcolor="#fce4ec", color="#880e4f", id="cat.liealgebras_r", kind="alias"];
  "Modules(R)" [style="rounded,filled", fillcolor="#fce4ec", color="#880e4f", id="cat.modules_a", kind="alias"];
  NS [style="rounded,filled", fillcolor="#fce4ec", color="#880e4f", id="val.ns", kind="alias"];
  OrthogonalGroups [style="rounded,filled", fillcolor="#fce4ec", color="#880e4f", id="val.orthogonal_groups", kind="alias"];
  Pic [style="rounded,filled", fillcolor="#fce4ec", color="#880e4f", id="val.pic", kind="alias"];
  "RightModules(R)" [style="rounded,filled", fillcolor="#fce4ec", color="#880e4f", id="cat.modules_rop", kind="alias"];
  "Schemes(S)" [style="rounded,filled", fillcolor="#fce4ec", color="#880e4f", id="cat.schemes_k", kind="alias"];
  TensorFieldModules [style="rounded,filled", fillcolor="#fce4ec", color="#880e4f", id="val.tensorfieldmodules", kind="alias"];
  "UnitalAlgebras = Algebras.Associative.Unital" [style="rounded,filled", fillcolor="#fce4ec", color="#880e4f", id="cat.associativeunitalalgebras_r", kind="alias"];
  VectorFieldModules [style="rounded,filled", fillcolor="#fce4ec", color="#880e4f", id="val.vectorfieldmodules", kind="alias"];
  "VectorSpaces(K) = Modules.OverField" [style="rounded,filled", fillcolor="#fce4ec", color="#880e4f", id="cat.modules_k", kind="alias"];
  WeylGroups [style="rounded,filled", fillcolor="#fce4ec", color="#880e4f", id="cat.weylgroups", kind="alias"];

  // --- preferred arrows ---
  "LeftModules(R)" -> "Modules(R)" [dir=both, kind="equivalence", id="arr.alias.left_modules"];
  "Algebras(R).Graded" -> "Algebras(R)" [style=dotted, kind="classifier_leg", id="arr.clf.algebras_r.graded"];
  "ax.Associative" -> Magmas [style=dotted, kind="classifier_leg", id="arr.clf.ax_associative"];
  "ax.Commutative" -> Magmas [style=dotted, kind="classifier_leg", id="arr.clf.ax_commutative"];
  "ax.Differential" -> "Algebras(R)" [style=dotted, kind="classifier_leg", id="arr.clf.ax_differential"];
  "ax.Domain" -> Rings [style=dotted, kind="classifier_leg", id="arr.clf.ax_domain"];
  "ax.Euclidean" -> "IntegralDomains = Domains.Commutative" [style=dotted, kind="classifier_leg", id="arr.clf.ax_euclidean"];
  "ax.FinitelyGenerated" -> Magmas [style=dotted, kind="classifier_leg", id="arr.clf.ax_finitelygenerated"];
  "ax.GCDDomain" -> "IntegralDomains = Domains.Commutative" [style=dotted, kind="classifier_leg", id="arr.clf.ax_gcddomain"];
  "ax.IntegralDomain" -> "Domains = Rings.Domain" [style=dotted, kind="classifier_leg", id="arr.clf.ax_integraldomain"];
  "ax.Inverse" -> Magmas [style=dotted, kind="classifier_leg", id="arr.clf.ax_inverse"];
  "ax.Monoidal" -> CatObject [style=dotted, kind="classifier_leg", id="arr.clf.ax_monoidal"];
  "ax.Noetherian" -> "CommRings = Rings.Commutative" [style=dotted, kind="classifier_leg", id="arr.clf.ax_noetherian"];
  "ax.PID" -> "IntegralDomains = Domains.Commutative" [style=dotted, kind="classifier_leg", id="arr.clf.ax_pid"];
  "ax.UFD" -> "IntegralDomains = Domains.Commutative" [style=dotted, kind="classifier_leg", id="arr.clf.ax_ufd"];
  "ax.Unital" -> Magmas [style=dotted, kind="classifier_leg", id="arr.clf.ax_unital"];
  "CatObject.Colimits" -> CatObject [style=dotted, kind="classifier_leg", id="arr.clf.catobject_colimits"];
  "CatObject.Coproducts" -> "CatObject.Colimits" [style=dotted, kind="classifier_leg", id="arr.clf.catobject_coproducts"];
  "CatObject.Finite" -> CatObject [style=dotted, kind="classifier_leg", id="arr.clf.catobject_finite"];
  "CatObject.Limits" -> CatObject [style=dotted, kind="classifier_leg", id="arr.clf.catobject_limits"];
  "CatObject.LocallySmall" -> CatObject [style=dotted, kind="classifier_leg", id="arr.clf.catobject_locallysmall"];
  "CatObject.Products" -> "CatObject.Limits" [style=dotted, kind="classifier_leg", id="arr.clf.catobject_products"];
  "CatObject.Thin" -> CatObject [style=dotted, kind="classifier_leg", id="arr.clf.catobject_thin"];
  "Graphs.Directed" -> Graphs [style=dotted, kind="classifier_leg", id="arr.clf.graphs_directed"];
  "∫Bil.Alternating" -> "∫Bil.SkewSymmetric" [style=dotted, kind="classifier_leg", id="arr.clf.int_bil_alternating"];
  "∫Bil_R(W).Finite" -> "∫Bil_R(W)" [style=dotted, kind="classifier_leg", id="arr.clf.int_bil_r_finite"];
  "∫Bil_R(W).Nondegenerate" -> "∫Bil_R(W)" [style=dotted, kind="classifier_leg", id="arr.clf.int_bil_r_nondegenerate"];
  "∫Bil.SkewSymmetric" -> "∫Bil_R(W)" [style=dotted, kind="classifier_leg", id="arr.clf.int_bil_skewsymmetric"];
  "∫Bil.Symmetric" -> "∫Bil_R(W)" [style=dotted, kind="classifier_leg", id="arr.clf.int_bil_symmetric"];
  "∫Hom.Even" -> "∫Hom_R(−,W)" [style=dotted, kind="classifier_leg", id="arr.clf.int_hom_even"];
  "∫Hom.Nondegenerate" -> "∫Hom_R(−,W)" [style=dotted, kind="classifier_leg", id="arr.clf.int_hom_nondegenerate"];
  "∫Hom.Odd" -> "∫Hom_R(−,W)" [style=dotted, kind="classifier_leg", id="arr.clf.int_hom_odd"];
  "∫Hom.Unimodular" -> "∫Hom_R(−,W)" [style=dotted, kind="classifier_leg", id="arr.clf.int_hom_unimodular"];
  "∫Quad_R(W).Nondegenerate" -> "∫Quad_R(W)" [style=dotted, kind="classifier_leg", id="arr.clf.int_quad_r_nondegenerate"];
  "Lat.Definite" -> "Lat_R = ∫Bil_R(R).Symmetric.GenericallyNondegenerate" [style=dotted, kind="classifier_leg", id="arr.clf.lat_definite"];
  "Lat.Hyperbolic" -> "Lat_R = ∫Bil_R(R).Symmetric.GenericallyNondegenerate" [style=dotted, kind="classifier_leg", id="arr.clf.lat_hyperbolic"];
  "Lat.Indefinite" -> "Lat_R = ∫Bil_R(R).Symmetric.GenericallyNondegenerate" [style=dotted, kind="classifier_leg", id="arr.clf.lat_indefinite"];
  "Lat.NegativeDefinite" -> "Lat_R = ∫Bil_R(R).Symmetric.GenericallyNondegenerate" [style=dotted, kind="classifier_leg", id="arr.clf.lat_negativedefinite"];
  "Lat.PositiveDefinite" -> "Lat_R = ∫Bil_R(R).Symmetric.GenericallyNondegenerate" [style=dotted, kind="classifier_leg", id="arr.clf.lat_positivedefinite"];
  "Magmas.Multiplicative" -> Magmas [style=dotted, kind="classifier_leg", id="arr.clf.magmas_multiplicative"];
  "Manifolds.PL" -> Manifolds [style=dotted, kind="classifier_leg", id="arr.clf.manifolds_pl"];
  "Manifolds.Smooth" -> Manifolds [style=dotted, kind="classifier_leg", id="arr.clf.manifolds_smooth"];
  "Modules.OverField" -> "Modules(R)" [style=dotted, kind="classifier_leg", id="arr.clf.modules.over_field"];
  "Modules.WithBasis" -> "Modules(R)" [style=dotted, kind="classifier_leg", id="arr.clf.modules.with_basis"];
  "Modules.FinitelyGenerated" -> "Modules(R)" [style=dotted, kind="classifier_leg", id="arr.clf.modules_finitelygenerated"];
  "Modules.FinitelyPresented" -> "Modules(R)" [style=dotted, kind="classifier_leg", id="arr.clf.modules_finitelypresented"];
  "Modules.FiniteRank" -> "Modules(R)" [style=dotted, kind="classifier_leg", id="arr.clf.modules_finiterank"];
  "Modules.Free" -> "Modules(R)" [style=dotted, kind="classifier_leg", id="arr.clf.modules_free"];
  "Modules.Projective" -> "Modules(R)" [style=dotted, kind="classifier_leg", id="arr.clf.modules_projective"];
  "Modules.Torsion" -> "Modules(R)" [style=dotted, kind="classifier_leg", id="arr.clf.modules_torsion"];
  "Modules.TorsionFree" -> "Modules(R)" [style=dotted, kind="classifier_leg", id="arr.clf.modules_torsionfree"];
  "Modules.WithGenerators" -> "Modules(R)" [style=dotted, kind="classifier_leg", id="arr.clf.modules_withgenerators"];
  "Rings.Commutative" -> Rings [style=dotted, kind="classifier_leg", id="arr.clf.rings_commutative"];
  "Schemes.Affine" -> "Schemes(S)" [style=dotted, kind="classifier_leg", id="arr.clf.schemes_affine"];
  "Schemes.Étale" -> "Schemes(S)" [style=dotted, kind="classifier_leg", id="arr.clf.schemes_etale"];
  "Schemes.Finite" -> "Schemes(S)" [style=dotted, kind="classifier_leg", id="arr.clf.schemes_finite"];
  "Schemes.FiniteType" -> "Schemes(S)" [style=dotted, kind="classifier_leg", id="arr.clf.schemes_finitetype"];
  "Schemes.Flat" -> "Schemes(S)" [style=dotted, kind="classifier_leg", id="arr.clf.schemes_flat"];
  "Schemes.Integral" -> "Schemes(S)" [style=dotted, kind="classifier_leg", id="arr.clf.schemes_integral"];
  "Schemes.LocallyFinitePresentation" -> "Schemes(S)" [style=dotted, kind="classifier_leg", id="arr.clf.schemes_locallyfinitepresentation"];
  "Schemes.Projective" -> "Schemes(S)" [style=dotted, kind="classifier_leg", id="arr.clf.schemes_projective"];
  "Schemes.Proper" -> "Schemes(S)" [style=dotted, kind="classifier_leg", id="arr.clf.schemes_proper"];
  "Schemes.RelativeDimension(n)" -> "Schemes(S)" [style=dotted, kind="classifier_leg", id="arr.clf.schemes_relativedimension"];
  "Schemes(S).RelativeDimension(1)" -> "Schemes(S)" [style=dotted, kind="classifier_leg", id="arr.clf.schemes_s_relativedimension"];
  "Schemes.Separated" -> "Schemes(S)" [style=dotted, kind="classifier_leg", id="arr.clf.schemes_separated"];
  "Schemes.Smooth" -> "Schemes(S)" [style=dotted, kind="classifier_leg", id="arr.clf.schemes_smooth"];
  "Schemes.Unramified" -> "Schemes(S)" [style=dotted, kind="classifier_leg", id="arr.clf.schemes_unramified"];
  "Sets.Finite" -> Sets [style=dotted, kind="classifier_leg", id="arr.clf.sets.finite"];
  "Sets.Graded" -> Sets [style=dotted, kind="classifier_leg", id="arr.clf.sets.graded"];
  "Sets.Countable" -> Sets [style=dotted, kind="classifier_leg", id="arr.clf.sets_countable"];
  "Sets.Infinite" -> Sets [style=dotted, kind="classifier_leg", id="arr.clf.sets_infinite"];
  "Sets.Uncountable" -> Sets [style=dotted, kind="classifier_leg", id="arr.clf.sets_uncountable"];
  "AbelianGroups = Groups.Commutative" -> "Groups = Magmas.Associative.Unital.Inverse" [kind="full_inclusion", id="arr.dot.abeliangroups__groups"];
  "AdditiveAbelianGroups = AdditiveGroups.Commutative" -> "AdditiveGroups = Magmas.Additive.Associative.Unital.Inverse" [kind="full_inclusion", id="arr.dot.additiveabeliangroups__additivegroups"];
  "AdditiveGroups = Magmas.Additive.Associative.Unital.Inverse" -> "AdditiveMonoids = Magmas.Additive.Associative.Unital" [kind="full_inclusion", id="arr.dot.additivegroups__additivemonoids"];
  "AdditiveMonoids = Magmas.Additive.Associative.Unital" -> "AdditiveSemigroups = Magmas.Additive.Associative" [kind="full_inclusion", id="arr.dot.additivemonoids__additivesemigroups"];
  "AdditiveSemigroups = Magmas.Additive.Associative" -> "Magmas.Additive" [kind="full_inclusion", id="arr.dot.additivesemigroups__magmas_additive"];
  AlgebraicSpaces -> "Schemes(S)" [kind="forgetful", id="arr.dot.algebraicspaces__schemes"];
  AlgebraicStacks -> Stacks [kind="forgetful", id="arr.dot.algebraicstacks__stacks"];
  "Algebras(R)" -> Magmas [kind="forgetful", id="arr.dot.algebras__magmas"];
  "AlgebrasOverField = Algebras.OverField" -> "Algebras(R)" [kind="full_inclusion", id="arr.dot.algebrasoverfield__algebras"];
  "AlgebrasOverField = Algebras.OverField" -> "VectorSpaces(K) = Modules.OverField" [kind="full_inclusion", id="arr.dot.algebrasoverfield__vectorspaces"];
  "Arr(−)" -> CatObject [color="#6a1b9a", kind="construction", id="arr.dot.arr__catobject"];
  ArtinStacks -> AlgebraicStacks [kind="forgetful", id="arr.dot.artinstacks__algebraicstacks"];
  "AssociativeAlgebras = Algebras.Associative" -> "Algebras(R)" [kind="full_inclusion", id="arr.dot.associativealgebras__algebras"];
  "Bialgebras(R)" -> "Coalgebras(R)" [kind="forgetful", id="arr.dot.bialgebras__coalgebras"];
  "Bialgebras(R)" -> "UnitalAlgebras = Algebras.Associative.Unital" [kind="forgetful", id="arr.dot.bialgebras__unitalalgebras"];
  Bicategories -> CatObject [kind="forgetful", id="arr.dot.bicategories__catobject"];
  "Bimodules(R,S)" -> "LeftModules(R)" [kind="forgetful", id="arr.dot.bimodules__leftmodules"];
  "Bimodules(R,S)" -> "RightModules(R)" [kind="forgetful", id="arr.dot.bimodules__rightmodules"];
  Cat_1 -> Cat_2 [kind="forgetful", id="arr.dot.cat_1__cat_2"];
  Cat_2 -> Bicategories [kind="forgetful", id="arr.dot.cat_2__bicategories"];
  "ChainComplexes(C)" -> "NonUnitalDGAs = Algebras.Differential" [kind="forgetful", id="arr.dot.chaincomplexes__nonunitaldgas"];
  ChowGroups -> "AbelianGroups = Groups.Commutative" [color="#6a1b9a", kind="construction", id="arr.dot.chowgroups__abeliangroups"];
  "C∞Algebras(R)" -> "CommAlgebras = UnitalAlgebras.Commutative" [kind="forgetful", id="arr.dot.cinftyalgebras__commalgebras"];
  ClassifyingStacks -> QuotientStacks [kind="forgetful", id="arr.dot.classifyingstacks__quotientstacks"];
  "CliffordAlgebras(R)" -> "UnitalAlgebras = Algebras.Associative.Unital" [kind="forgetful", id="arr.dot.cliffordalgebras__unitalalgebras"];
  "CochainComplexes(C)" -> "NonUnitalDGAs = Algebras.Differential" [kind="forgetful", id="arr.dot.cochaincomplexes__nonunitaldgas"];
  "Coh(X)" -> "Mod(O_X)" [kind="forgetful", id="arr.dot.coh__mod"];
  CohomologyRings -> Homology [color="#6a1b9a", kind="construction", id="arr.dot.cohomologyrings__homology"];
  CohomologyRings -> Rings [color="#6a1b9a", kind="construction", id="arr.dot.cohomologyrings__rings"];
  Comma -> CatObject [color="#6a1b9a", kind="construction", id="arr.dot.comma__catobject"];
  "CommAlgebras = UnitalAlgebras.Commutative" -> "CommRings = Rings.Commutative" [kind="full_inclusion", id="arr.dot.commalgebras__commrings"];
  "CommAlgebras = UnitalAlgebras.Commutative" -> "UnitalAlgebras = Algebras.Associative.Unital" [kind="full_inclusion", id="arr.dot.commalgebras__unitalalgebras"];
  "CompleteIntersections(K)" -> "Varieties(K) = Schemes.Integral.Separated.FiniteType" [kind="forgetful", id="arr.dot.completeintersections__varieties"];
  Cones -> TopologicalSpaces [kind="forgetful", id="arr.dot.cones__topologicalspaces"];
  Coslices -> Comma [color="#6a1b9a", kind="construction", id="arr.dot.coslices__comma"];
  "CountableInfiniteSets = Sets.Countable.Infinite" -> "Sets.Countable" [kind="pullback_projection", id="arr.dot.countableinfinitesets__sets_countable"];
  "CountableInfiniteSets = Sets.Countable.Infinite" -> "Sets.Infinite" [kind="pullback_projection", id="arr.dot.countableinfinitesets__sets_infinite"];
  CoxeterGroups -> "Groups = Magmas.Associative.Unital.Inverse" [kind="forgetful", id="arr.dot.coxetergroups__groups"];
  "Curves(K) = Schemes.RelativeDimension(1)" -> "Varieties(K) = Schemes.Integral.Separated.FiniteType" [kind="full_inclusion", id="arr.dot.curves__varieties"];
  Cycles -> "AbelianGroups = Groups.Commutative" [color="#6a1b9a", kind="construction", id="arr.dot.cycles__abeliangroups"];
  DeligneMumfordStacks -> AlgebraicStacks [kind="forgetful", id="arr.dot.delignemumfordstacks__algebraicstacks"];
  DeligneMumfordStacks -> ArtinStacks [kind="forgetful", id="arr.dot.delignemumfordstacks__artinstacks"];
  DeRhamCohomologyRings -> CohomologyRings [color="#6a1b9a", kind="construction", id="arr.dot.derhamcohomologyrings__cohomologyrings"];
  DeRhamComplexes -> "CochainComplexes(C)" [kind="forgetful", id="arr.dot.derhamcomplexes__cochaincomplexes"];
  DeRhamComplexes -> DiffFormModules [color="#6a1b9a", kind="construction", id="arr.dot.derhamcomplexes__diffformmodules"];
  DescentData -> FibredCategories [color="#6a1b9a", kind="construction", id="arr.dot.descentdata__fibredcategories"];
  "DGAs = UnitalAlgebras.Differential" -> "Algebras(R).Graded" [kind="pullback_projection", id="arr.dot.dgas__algebras_graded"];
  "DGAs = UnitalAlgebras.Differential" -> "NonUnitalDGAs = Algebras.Differential" [kind="full_inclusion", id="arr.dot.dgas__nonunitaldgas"];
  "DGAs = UnitalAlgebras.Differential" -> "UnitalAlgebras = Algebras.Associative.Unital" [kind="full_inclusion", id="arr.dot.dgas__unitalalgebras"];
  DiagramCategories -> FunctorCategories [color="#6a1b9a", kind="construction", id="arr.dot.diagramcategories__functorcategories"];
  DiffFormModules -> "Modules(R)" [color="#6a1b9a", kind="construction", id="arr.dot.diffformmodules__modules"];
  DiffFormModules -> "Sets.Graded" [color="#6a1b9a", kind="construction", id="arr.dot.diffformmodules__sets_graded"];
  "DiscBil = ∫Bil.Symmetric.Perfect.Finite" -> "∫Bil_R(W)" [kind="full_inclusion", id="arr.dot.discbil__int_bil_r"];
  "DiscBil = ∫Bil.Symmetric.Perfect.Finite" -> "Sets.Finite" [kind="pullback_projection", id="arr.dot.discbil__sets_finite"];
  "DiscQuad = ∫Quad.Nondegenerate" -> "∫Quad_R(W)" [kind="full_inclusion", id="arr.dot.discquad__int_quad_r"];
  Div -> "AbelianGroups = Groups.Commutative" [color="#6a1b9a", kind="construction", id="arr.dot.div__abeliangroups"];
  "DivisionRings = Rings.Division" -> "Domains = Rings.Domain" [kind="full_inclusion", id="arr.dot.divisionrings__domains"];
  "DivisionRings = Rings.Division" -> Rings [kind="full_inclusion", id="arr.dot.divisionrings__rings"];
  DualObjects -> "TensorProducts = CatObject.Monoidal" [kind="forgetful", id="arr.dot.dualobjects__tensorproducts"];
  "EuclideanDomains = Rings.Commutative.Euclidean" -> "PIDs = Rings.Commutative.PID" [kind="full_inclusion", id="arr.dot.euclideandomains__pids"];
  "ExteriorAlgebras(R)" -> "Algebras(R).Graded" [kind="pullback_projection", id="arr.dot.exterioralgebras__algebras_graded"];
  "ExteriorAlgebras(R)" -> "UnitalAlgebras = Algebras.Associative.Unital" [kind="forgetful", id="arr.dot.exterioralgebras__unitalalgebras"];
  Fans -> Cones [kind="forgetful", id="arr.dot.fans__cones"];
  FibredCategories -> Cat_1 [color="#6a1b9a", kind="construction", id="arr.dot.fibredcategories__cat_1"];
  Fields -> "DivisionRings = Rings.Division" [kind="forgetful", id="arr.dot.fields__divisionrings"];
  Fields -> "EuclideanDomains = Rings.Commutative.Euclidean" [kind="forgetful", id="arr.dot.fields__euclideandomains"];
  "FinitelyGeneratedGroups = Magmas.Associative.Unital.Inverse.FinitelyGenerated" -> "Groups = Magmas.Associative.Unital.Inverse" [kind="full_inclusion", id="arr.dot.finitelygeneratedgroups__groups"];
  "FinitelyGeneratedModules = Modules.FinitelyGenerated" -> "Modules(R)" [kind="full_inclusion", id="arr.dot.finitelygeneratedmodules__modules"];
  "FinitelyPresentedModules = Modules.FinitelyPresented" -> "FinitelyGeneratedModules = Modules.FinitelyGenerated" [kind="full_inclusion", id="arr.dot.finitelypresentedmodules__finitelygeneratedmodules"];
  "FiniteRankModules = Modules.FiniteRank" -> "Modules(R)" [kind="full_inclusion", id="arr.dot.finiterankmodules__modules"];
  "FreeModules = Modules.Free" -> "Modules(R)" [kind="full_inclusion", id="arr.dot.freemodules__modules"];
  "FreeModules = Modules.Free" -> "ProjectiveModules = Modules.Projective" [kind="full_inclusion", id="arr.dot.freemodules__projectivemodules"];
  FunctorCategories -> HomCategories [color="#6a1b9a", kind="construction", id="arr.dot.functorcategories__homcategories"];
  "G-Objects(G)" -> CatObject [kind="forgetful", id="arr.dot.g_objects__catobject"];
  "G-Objects(G)" -> "Groups = Magmas.Associative.Unital.Inverse" [kind="forgetful", id="arr.dot.g_objects__groups"];
  "GCDDomains = Rings.Commutative.GCDDomain" -> "IntegralDomains = Domains.Commutative" [kind="full_inclusion", id="arr.dot.gcddomains__integraldomains"];
  Genera -> "Sets.Finite" [color="#6a1b9a", kind="construction", id="arr.dot.genera__sets_finite"];
  Graphs -> CatObject [kind="forgetful", id="arr.dot.graphs__catobject"];
  GroupoidObjects -> CatObject [color="#6a1b9a", kind="construction", id="arr.dot.groupoidobjects__catobject"];
  GroupoidObjects -> Groupoids [color="#6a1b9a", kind="construction", id="arr.dot.groupoidobjects__groupoids"];
  Groupoids -> Cat_1 [kind="forgetful", id="arr.dot.groupoids__cat_1"];
  HodgeStructures -> "AdditiveAbelianGroups = AdditiveGroups.Commutative" [kind="forgetful", id="arr.dot.hodgestructures__additiveabeliangroups"];
  HomCategories -> CatObject [color="#6a1b9a", kind="construction", id="arr.dot.homcategories__catobject"];
  Homology -> "DGAs = UnitalAlgebras.Differential" [kind="forgetful", id="arr.dot.homology__dgas"];
  Homology -> "Modules(R)" [kind="forgetful", id="arr.dot.homology__modules"];
  Homsets -> HomCategories [kind="forgetful", id="arr.dot.homsets__homcategories"];
  Homsets -> Sets [kind="forgetful", id="arr.dot.homsets__sets"];
  "Hypersurfaces(K)" -> "Varieties(K) = Schemes.Integral.Separated.FiniteType" [kind="forgetful", id="arr.dot.hypersurfaces__varieties"];
  IncidenceCategories -> Cat_1 [kind="forgetful", id="arr.dot.incidencecategories__cat_1"];
  "∫Bil_R(W)" -> "∫Hom_R(−,W)" [kind="forgetful", id="arr.dot.int_bil_r__int_hom_r"];
  "∫Herm_R(W)" -> "∫Hom_R(−,W)" [kind="forgetful", id="arr.dot.int_herm_r__int_hom_r"];
  "∫Hom_R(−,W)" -> "Modules(R)" [kind="forgetful", id="arr.dot.int_hom_r__modules"];
  "∫Quad_R(W)" -> "∫Hom_R(−,W)" [kind="forgetful", id="arr.dot.int_quad_r__int_hom_r"];
  "IntegralDomains = Domains.Commutative" -> "CommRings = Rings.Commutative" [kind="full_inclusion", id="arr.dot.integraldomains__commrings"];
  "IntegralDomains = Domains.Commutative" -> "Domains = Rings.Domain" [kind="full_inclusion", id="arr.dot.integraldomains__domains"];
  IsometryGroups -> LatticeHomsets [color="#6a1b9a", kind="construction", id="arr.dot.isometrygroups__latticehomsets"];
  IsometryGroups -> OrthogonalGroups [color="#6a1b9a", kind="construction", id="arr.dot.isometrygroups__orthogonalgroups"];
  IsomorphicObjects -> "Arr(−)" [color="#6a1b9a", kind="construction", id="arr.dot.isomorphicobjects__arr"];
  "Lat_R = ∫Bil_R(R).Symmetric.GenericallyNondegenerate" -> "∫Bil_R(W)" [kind="full_inclusion", id="arr.dot.lat_r__int_bil_r"];
  "Lat_R = ∫Bil_R(R).Symmetric.GenericallyNondegenerate" -> "ProjectiveModules = Modules.Projective" [kind="full_inclusion", id="arr.dot.lat_r__projectivemodules"];
  LatticeHomsets -> Homsets [kind="forgetful", id="arr.dot.latticehomsets__homsets"];
  LatticeHomsets -> "Lat_R = ∫Bil_R(R).Symmetric.GenericallyNondegenerate" [kind="forgetful", id="arr.dot.latticehomsets__lat_r"];
  LatticePolytopes -> Polyhedra [kind="forgetful", id="arr.dot.latticepolytopes__polyhedra"];
  LocallyRingedSpaces -> RingedSpaces [kind="forgetful", id="arr.dot.locallyringedspaces__ringedspaces"];
  Manifolds -> RingedSpaces [kind="forgetful", id="arr.dot.manifolds__ringedspaces"];
  Manifolds -> TopologicalSpaces [kind="forgetful", id="arr.dot.manifolds__topologicalspaces"];
  "Manifolds.Smooth" -> "Varieties(K) = Schemes.Integral.Separated.FiniteType" [color="#6a1b9a", kind="construction", id="arr.dot.manifolds_smooth__varieties"];
  MetricSpaces -> TopologicalSpaces [kind="forgetful", id="arr.dot.metricspaces__topologicalspaces"];
  "Mod(O_X)" -> "Modules(R)" [kind="forgetful", id="arr.dot.mod__modules"];
  "Mod(O_X)" -> RingedSites [kind="forgetful", id="arr.dot.mod__ringedsites"];
  "Mod(O_X)" -> RingedSpaces [kind="forgetful", id="arr.dot.mod__ringedspaces"];
  "Modules(R)" -> "AdditiveAbelianGroups = AdditiveGroups.Commutative" [kind="forgetful", id="arr.dot.modules__additiveabeliangroups"];
  "ModulesWithBasis = Bimodules(R,R).WithBasis" -> "FreeModules = Modules.Free" [kind="full_inclusion", id="arr.dot.moduleswithbasis__freemodules"];
  "ModulesWithGenerators = Modules.WithGenerators" -> "Modules(R)" [kind="full_inclusion", id="arr.dot.moduleswithgenerators__modules"];
  "NoetherianCommRings = Rings.Commutative.Noetherian" -> "CommRings = Rings.Commutative" [kind="full_inclusion", id="arr.dot.noetheriancommrings__commrings"];
  "NonUnitalDGAs = Algebras.Differential" -> "Algebras(R)" [kind="full_inclusion", id="arr.dot.nonunitaldgas__algebras"];
  "NonUnitalDGAs = Algebras.Differential" -> "Algebras(R).Graded" [kind="pullback_projection", id="arr.dot.nonunitaldgas__algebras_graded"];
  NS -> "AbelianGroups = Groups.Commutative" [color="#6a1b9a", kind="construction", id="arr.dot.ns__abeliangroups"];
  NS -> "Lat_R = ∫Bil_R(R).Symmetric.GenericallyNondegenerate" [color="#6a1b9a", kind="construction", id="arr.dot.ns__lat_r"];
  "(−)^op" -> CatObject [color="#6a1b9a", kind="construction", id="arr.dot.op__catobject"];
  OrthogonalGroups -> "Groups = Magmas.Associative.Unital.Inverse" [color="#6a1b9a", kind="construction", id="arr.dot.orthogonalgroups__groups"];
  OrthogonalGroups -> "∫Bil_R(W)" [color="#6a1b9a", kind="construction", id="arr.dot.orthogonalgroups__int_bil_r"];
  Pic -> "AbelianGroups = Groups.Commutative" [color="#6a1b9a", kind="construction", id="arr.dot.pic__abeliangroups"];
  "PIDs = Rings.Commutative.PID" -> "UFDs = Rings.Commutative.UFD" [kind="full_inclusion", id="arr.dot.pids__ufds"];
  Polyhedra -> TopologicalSpaces [kind="forgetful", id="arr.dot.polyhedra__topologicalspaces"];
  Posets -> "CatObject.Thin" [kind="pullback_projection", id="arr.dot.posets__catobject_thin"];
  Presheaves -> FunctorCategories [kind="forgetful", id="arr.dot.presheaves__functorcategories"];
  Prestacks -> FibredCategories [kind="forgetful", id="arr.dot.prestacks__fibredcategories"];
  "ProjectiveModules = Modules.Projective" -> "Modules(R)" [kind="full_inclusion", id="arr.dot.projectivemodules__modules"];
  "QCoh(X)" -> "Mod(O_X)" [kind="forgetful", id="arr.dot.qcoh__mod"];
  Quotients -> Coslices [color="#6a1b9a", kind="construction", id="arr.dot.quotients__coslices"];
  QuotientStacks -> AlgebraicStacks [kind="forgetful", id="arr.dot.quotientstacks__algebraicstacks"];
  QuotientStacks -> "G-Objects(G)" [kind="forgetful", id="arr.dot.quotientstacks__g_objects"];
  QuotientStacks -> GroupoidObjects [kind="forgetful", id="arr.dot.quotientstacks__groupoidobjects"];
  ReflectionGroups -> "Groups = Magmas.Associative.Unital.Inverse" [kind="forgetful", id="arr.dot.reflectiongroups__groups"];
  "RightModules(R)" -> "AdditiveAbelianGroups = AdditiveGroups.Commutative" [kind="forgetful", id="arr.dot.rightmodules__additiveabeliangroups"];
  RingedSites -> Sites [kind="forgetful", id="arr.dot.ringedsites__sites"];
  RingedSpaces -> TopologicalSpaces [kind="forgetful", id="arr.dot.ringedspaces__topologicalspaces"];
  RingedTopoi -> Topoi [kind="forgetful", id="arr.dot.ringedtopoi__topoi"];
  Rings -> Rngs [kind="forgetful", id="arr.dot.rings__rngs"];
  Rings -> Semirings [kind="forgetful", id="arr.dot.rings__semirings"];
  Rngs -> "AdditiveAbelianGroups = AdditiveGroups.Commutative" [kind="forgetful", id="arr.dot.rngs__additiveabeliangroups"];
  Rngs -> "Semigroups = Magmas.Associative" [kind="forgetful", id="arr.dot.rngs__semigroups"];
  RootLattices -> "Lat_R = ∫Bil_R(R).Symmetric.GenericallyNondegenerate" [kind="forgetful", id="arr.dot.rootlattices__lat_r"];
  RootSystems -> Cones [kind="forgetful", id="arr.dot.rootsystems__cones"];
  "Schemes(S)" -> AlgebraicStacks [kind="forgetful", id="arr.dot.schemes__algebraicstacks"];
  "Schemes(S)" -> LocallyRingedSpaces [kind="forgetful", id="arr.dot.schemes__locallyringedspaces"];
  Semirings -> "AdditiveMonoids = Magmas.Additive.Associative.Unital" [kind="forgetful", id="arr.dot.semirings__additivemonoids"];
  Semirings -> "Monoids = Magmas.Associative.Unital" [kind="forgetful", id="arr.dot.semirings__monoids"];
  Sheaves -> Presheaves [kind="full_inclusion", id="arr.dot.sheaves__presheaves"];
  Sites -> Cat_1 [kind="forgetful", id="arr.dot.sites__cat_1"];
  Slices -> Comma [color="#6a1b9a", kind="construction", id="arr.dot.slices__comma"];
  SpecializationPosets -> Posets [kind="forgetful", id="arr.dot.specializationposets__posets"];
  StableGraphs -> Graphs [kind="forgetful", id="arr.dot.stablegraphs__graphs"];
  StableGraphs -> StratifiedSpaces [kind="forgetful", id="arr.dot.stablegraphs__stratifiedspaces"];
  Stacks -> Prestacks [kind="full_inclusion", id="arr.dot.stacks__prestacks"];
  StratifiedSpaces -> DeligneMumfordStacks [kind="forgetful", id="arr.dot.stratifiedspaces__delignemumfordstacks"];
  StratifiedSpaces -> SpecializationPosets [color="#6a1b9a", kind="construction", id="arr.dot.stratifiedspaces__specializationposets"];
  StratifiedSpaces -> TopologicalSpaces [kind="forgetful", id="arr.dot.stratifiedspaces__topologicalspaces"];
  Subobjects -> Slices [color="#6a1b9a", kind="construction", id="arr.dot.subobjects__slices"];
  Subquotients -> Quotients [color="#6a1b9a", kind="construction", id="arr.dot.subquotients__quotients"];
  Subquotients -> Subobjects [color="#6a1b9a", kind="construction", id="arr.dot.subquotients__subobjects"];
  "Surfaces(K) = Schemes.RelativeDimension(2)" -> "Varieties(K) = Schemes.Integral.Separated.FiniteType" [kind="full_inclusion", id="arr.dot.surfaces__varieties"];
  "SymmetricAlgebras(R)" -> "CommAlgebras = UnitalAlgebras.Commutative" [kind="forgetful", id="arr.dot.symmetricalgebras__commalgebras"];
  "TensorAlgebras(R)" -> "UnitalAlgebras = Algebras.Associative.Unital" [kind="forgetful", id="arr.dot.tensoralgebras__unitalalgebras"];
  TensorFieldModules -> "C∞Algebras(R)" [color="#6a1b9a", kind="construction", id="arr.dot.tensorfieldmodules__cinftyalgebras"];
  TensorFieldModules -> "Modules(R)" [color="#6a1b9a", kind="construction", id="arr.dot.tensorfieldmodules__modules"];
  "TensorProducts = CatObject.Monoidal" -> CatObject [kind="full_inclusion", id="arr.dot.tensorproducts__catobject"];
  Topoi -> Sheaves [kind="forgetful", id="arr.dot.topoi__sheaves"];
  TopologicalSpaces -> Sets [kind="forgetful", id="arr.dot.topologicalspaces__sets"];
  "ToricVarieties(K)" -> "Varieties(K) = Schemes.Integral.Separated.FiniteType" [kind="forgetful", id="arr.dot.toricvarieties__varieties"];
  Torsors -> "G-Objects(G)" [color="#6a1b9a", kind="construction", id="arr.dot.torsors__g_objects"];
  "UFDs = Rings.Commutative.UFD" -> "GCDDomains = Rings.Commutative.GCDDomain" [kind="full_inclusion", id="arr.dot.ufds__gcddomains"];
  "UnitalAlgebras = Algebras.Associative.Unital" -> "AssociativeAlgebras = Algebras.Associative" [kind="full_inclusion", id="arr.dot.unitalalgebras__associativealgebras"];
  "Varieties(K) = Schemes.Integral.Separated.FiniteType" -> "Schemes(S)" [kind="full_inclusion", id="arr.dot.varieties__schemes"];
  VectorFieldModules -> "C∞Algebras(R)" [color="#6a1b9a", kind="construction", id="arr.dot.vectorfieldmodules__cinftyalgebras"];
  VectorFieldModules -> "Modules(R)" [color="#6a1b9a", kind="construction", id="arr.dot.vectorfieldmodules__modules"];
  "VectorSpaces(K) = Modules.OverField" -> "Modules(R)" [kind="full_inclusion", id="arr.dot.vectorspaces__modules"];
  "VectorSpacesWithBasis = VectorSpaces.WithBasis" -> "ModulesWithBasis = Bimodules(R,R).WithBasis" [kind="full_inclusion", id="arr.dot.vectorspaceswithbasis__moduleswithbasis"];
  "VectorSpacesWithBasis = VectorSpaces.WithBasis" -> "VectorSpaces(K) = Modules.OverField" [kind="full_inclusion", id="arr.dot.vectorspaceswithbasis__vectorspaces"];
  WeylGroups -> ReflectionGroups [kind="forgetful", id="arr.dot.weylgroups__reflectiongroups"];
  Magmas -> Sets [kind="forgetful", id="arr.fun.magmas_to_sets"];
  Sets -> CatObject [kind="forgetful", id="arr.fun.sets_to_cat_object"];
  Fields -> Rings [kind="full_inclusion", id="arr.incl.fields_to_rings"];
  "Groups = Magmas.Associative.Unital.Inverse" -> "Monoids = Magmas.Associative.Unital" [kind="full_inclusion", id="arr.incl.groups_to_monoids"];
  "Monoids = Magmas.Associative.Unital" -> "Semigroups = Magmas.Associative" [kind="full_inclusion", id="arr.incl.monoids_to_semigroups"];
  "Semigroups = Magmas.Associative" -> Magmas [kind="full_inclusion", id="arr.incl.semigroups_to_magmas"];
  WeylGroups -> CoxeterGroups [kind="full_inclusion", id="arr.incl.weyl_to_coxeter"];
  "Algebras(R)" -> Rings [style=dashed,color="#e65100", kind="parameter_dependency", id="arr.param.algebras_r_base_ring"];
  "Modules(R)" -> Rings [style=dashed,color="#e65100", kind="parameter_dependency", id="arr.param.modules_r_base_ring"];
  "VectorSpaces(K) = Modules.OverField" -> Fields [style=dashed,color="#e65100", kind="parameter_dependency", id="arr.param.vector_spaces_field"];
  "CommRings = Rings.Commutative" -> Rings [kind="pullback_projection", id="arr.pb.comm_rings_to_rings"];
  "FiniteFields = Fields.Finite" -> Fields [kind="pullback_projection", id="arr.pb.finite_fields_to_fields"];
  "FiniteFields = Fields.Finite" -> "Sets.Finite" [kind="pullback_projection", id="arr.pb.finite_fields_to_sets_finite"];
  "FiniteRings = Rings.Finite" -> Rings [kind="pullback_projection", id="arr.pb.finite_rings_to_rings"];
  "FiniteRings = Rings.Finite" -> "Sets.Finite" [kind="pullback_projection", id="arr.pb.finite_rings_to_sets_finite"];
  "Lat.Hyperbolic" -> "Lat.Indefinite" [style=dashed, kind="theorem_inclusion", id="arr.thm.lat_hyperbolic_implies_indefinite"];
  "Lat.NegativeDefinite" -> "Lat.Definite" [style=dashed, kind="theorem_inclusion", id="arr.thm.lat_negative_definite"];
  "Lat.PositiveDefinite" -> "Lat.Definite" [style=dashed, kind="theorem_inclusion", id="arr.thm.lat_positive_definite"];
  "Sets.Finite" -> "Sets.Countable" [style=dashed, kind="theorem_inclusion", id="arr.thm.sets_finite_implies_countable"];
  "Sets.Uncountable" -> "Sets.Infinite" [style=dashed, kind="theorem_inclusion", id="arr.thm.sets_uncountable_implies_infinite"];
  "AdditiveGroups = Magmas.Additive.Associative.Unital.Inverse" -> "Magmas.Additive" [kind="forgetful", id="fun.additive_groups_to_additive_magmas"];
  "Algebras(R)" -> "Modules(R)" [kind="forgetful", id="fun.algebras_to_modules"];
  "Algebras(R)" -> Sets [kind="forgetful", id="fun.algebras_to_sets"];
  "Bialgebras(R)" -> "Algebras(R)" [kind="forgetful", id="fun.bialgebras_to_algebras"];
  "Coalgebras(R)" -> "Modules(R)" [kind="forgetful", id="fun.coalgebras_to_modules"];
  "Domains = Rings.Domain" -> Rings [kind="full_inclusion", id="fun.domains_to_rings"];
  Fields -> Sets [kind="forgetful", id="fun.fields_to_sets"];
  "Groups = Magmas.Associative.Unital.Inverse" -> Magmas [kind="forgetful", id="fun.groups_to_magmas"];
  "HopfAlgebras(R)" -> "Bialgebras(R)" [kind="forgetful", id="fun.hopf_to_bialgebras"];
  "IntegralDomains = Domains.Commutative" -> Fields [kind="forgetful", id="fun.integral_domains_to_fields"];
  "LieAlgebras(R)" -> "Algebras(R)" [kind="forgetful", id="fun.lie_to_algebras"];
  Manifolds -> Sets [kind="forgetful", id="fun.manifolds_to_sets"];
  MetricSpaces -> Sets [kind="forgetful", id="fun.metricspaces_to_sets"];
  "Modules(R)" -> Sets [kind="forgetful", id="fun.modules_to_sets"];
  Posets -> Sets [kind="forgetful", id="fun.posets_to_sets"];
  Rings -> Magmas [kind="forgetful", id="fun.rings_to_multiplicative_magmas"];
  Rings -> Sets [kind="forgetful", id="fun.rings_to_sets"];
  "UnitalAlgebras = Algebras.Associative.Unital" -> Magmas [kind="forgetful", id="fun.unital_algebras_to_magmas"];
  "Magmas.Additive" -> Magmas [kind="full_inclusion", id="arr.incl.additive_magmas_to_magmas"];
  "AdditiveGroups = Magmas.Additive.Associative.Unital.Inverse" -> Magmas [kind="forgetful", id="fun.additive_groups_to_magmas"];
  "Bimodules(R,R)" -> "Bimodules(R,S)" [kind="full_inclusion", id="arr.dot.bimodulesdiagonal__bimodules"];
  "Algebras(R)" -> "Bimodules(R,R)" [kind="forgetful", id="fun.algebras_to_bimodules"];
  "Bimodules(K,K) = Bimodules(R,R).OverField" -> "Bimodules(R,R)" [kind="full_inclusion", id="arr.dot.bimodulesfield__bimodulesdiagonal"];
  "VectorSpaces(K) = Modules.OverField" -> "Bimodules(K,K) = Bimodules(R,R).OverField" [kind="full_inclusion", id="fun.vectorspaces_central_section"];
  "AlgebrasOverField = Algebras.OverField" -> "Bimodules(K,K) = Bimodules(R,R).OverField" [kind="forgetful", id="fun.algebras_over_field_to_bimodules"];
  Sets -> "Monoids = Magmas.Associative.Unital" [kind="left_adjoint", id="fun.free.monoid"];
  Sets -> "Groups = Magmas.Associative.Unital.Inverse" [kind="left_adjoint", id="fun.free.group"];
  Sets -> "AdditiveAbelianGroups = AdditiveGroups.Commutative" [kind="left_adjoint", id="fun.free.abelian_group"];
  Sets -> "Modules(R)" [kind="left_adjoint", id="fun.free.module_r"];
  "Modules(R)" -> "UnitalAlgebras = Algebras.Associative.Unital" [kind="left_adjoint", id="fun.tensor_algebra"];
  Sets -> "UnitalAlgebras = Algebras.Associative.Unital" [kind="left_adjoint", id="fun.free.associative_algebra_set"];
  "Modules(R)" -> "CommAlgebras = UnitalAlgebras.Commutative" [kind="left_adjoint", id="fun.symmetric_algebra"];
  Sets -> "CommAlgebras = UnitalAlgebras.Commutative" [kind="left_adjoint", id="fun.free.commutative_algebra_set"];
  "Monoids = Magmas.Associative.Unital" -> "Bialgebras(R)" [kind="left_adjoint", id="fun.monoid_algebra"];
  "Groups = Magmas.Associative.Unital.Inverse" -> "HopfAlgebras(R)" [kind="left_adjoint", id="fun.group_algebra"];
  "Bialgebras(R)" -> "Monoids = Magmas.Associative.Unital" [kind="right_adjoint", id="fun.grouplike_elements"];
  "HopfAlgebras(R)" -> "Groups = Magmas.Associative.Unital.Inverse" [kind="right_adjoint", id="fun.grouplike_elements_hopf"];
  "BiAct(R,S)" -> "Modules(R)" [kind="pullback_projection", id="arr.proj.biact__modules"];
  "BiAct(R,S)" -> "RightModules(R)" [kind="pullback_projection", id="arr.proj.biact__rightmodules"];
  "Bimodules(R,S)" -> "BiAct(R,S)" [style=dotted, kind="classifier_leg", id="arr.clf.biact.commutation"];
  "BasisFrame_n(R)" -> "GenFrame_n(R)" [kind="full_inclusion", id="arr.frame.basisframe__genframe"];
  "BasisFrame_n(R)" -> "Coord_n(R)" [kind="forgetful", id="arr.frame.basisframe__coord"];
  "GenFrame_n(R)" -> "Modules(R)" [kind="forgetful", id="arr.frame.genframe__modules"];
  "Coord_n(R)" -> "Modules(R)" [kind="forgetful", id="arr.frame.coord__modules"];
  "SymMat_n(R)" -> "Bil^coord_n(R) = Bil x^h_{R-Mod} Coord_n(R)" [color="#6a1b9a", kind="construction", id="fun.gram_n"];
  "Bil^coord_n(R) = Bil x^h_{R-Mod} Coord_n(R)" -> "∫Bil_R(W)" [kind="pullback_projection", id="arr.proj.bil_coord__int_bil"];
  "Bil^coord_n(R) = Bil x^h_{R-Mod} Coord_n(R)" -> "Coord_n(R)" [kind="pullback_projection", id="arr.proj.bil_coord__coord"];
  EmbeddedRootRealizations -> RootBasis_Gamma [kind="forgetful", id="arr.root.embedded__rootbasis_gamma"];
  RootBasis_Gamma -> RootBasis_S [kind="full_inclusion", id="arr.root.rootbasis_gamma__rootbasis_s"];
  RootBasis_S -> RootFrame_S [kind="full_inclusion", id="arr.root.rootbasis_s__rootframe_s"];
  RootFrame_S -> "Lat_R = ∫Bil_R(R).Symmetric.GenericallyNondegenerate" [kind="forgetful", id="arr.root.rootframe_s__lat"];
  "CatObject.Preadditive" -> CatObject [style=dotted, kind="classifier_leg", id="arr.clf.catobject_preadditive"];
  "CatObject.Additive" -> CatObject [style=dotted, kind="classifier_leg", id="arr.clf.catobject_additive"];
  "CatObject.Abelian" -> CatObject [style=dotted, kind="classifier_leg", id="arr.clf.catobject_abelian"];
  Presheaves -> Sheaves [kind="left_adjoint", id="fun.sheafification"];
  Prestacks -> Stacks [kind="left_adjoint", id="fun.stackification"];
  "Alg_O(V)" -> AdmissibleOperadicAmbients [kind="right_adjoint", id="fun.operadic_forgetful"];
  AdmissibleOperadicAmbients -> "Alg_O(V)" [kind="left_adjoint", id="fun.free_operadic_algebra"];
  "Adj(−)" -> "Arr(−)" [kind="forgetful", id="arr.adj.ev_f"];
  "Pres(−)" -> "Arr(−)" [kind="pullback_projection", id="arr.pres.projection"];
  "∫Bil.RadicalFree" -> "∫Bil_R(W)" [style=dotted, kind="classifier_leg", id="arr.clf.int_bil_r.radical_free"];
  "∫Bil.Perfect" -> "∫Bil_R(W)" [style=dotted, kind="classifier_leg", id="arr.clf.int_bil_r.perfect"];
  "∫Bil.GenericallyNondegenerate" -> "∫Bil_R(W)" [style=dotted, kind="classifier_leg", id="arr.clf.int_bil_r.generically_nondegenerate"];
+   Overlattices -> "Lat_R = ∫Bil_R(R).Symmetric.GenericallyNondegenerate" [kind="forgetful", id="arr.overlattices__lat"];
+   IsotropicSubgroups -> "DiscQuad = ∫Quad.Nondegenerate" [kind="forgetful", id="arr.isotropicsubgroups__discquad"];
+   ModuliProblems -> Prestacks [dir=both, kind="equivalence", id="arr.alias.moduli_problems"];
+   "FineModuli = ModuliProblems.Representable" -> ModuliProblems [kind="full_inclusion", id="arr.fine_moduli__moduli"];
}
